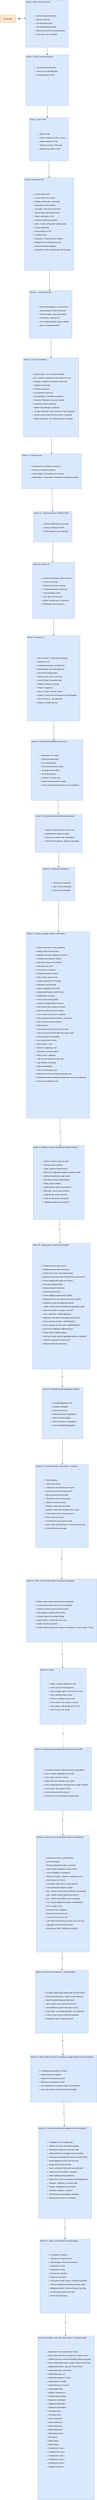
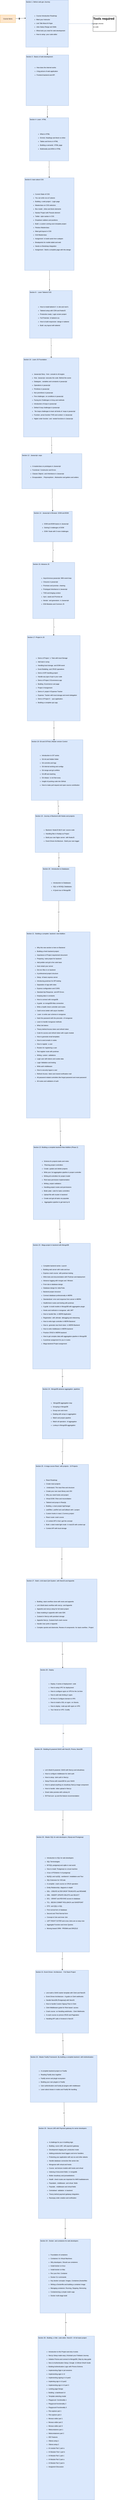
<mxfile host="65bd71144e">
    <diagram id="c_EHRjwDko8VzCd9NMD1" name="Notes">
-         <mxGraphModel dx="2178" dy="1441" grid="0" gridSize="10" guides="1" tooltips="1" connect="1" arrows="1" fold="1" page="0" pageScale="1" pageWidth="850" pageHeight="1100" math="0" shadow="0">
+         <mxGraphModel dx="2178" dy="1175" grid="0" gridSize="10" guides="1" tooltips="1" connect="1" arrows="1" fold="1" page="0" pageScale="1" pageWidth="850" pageHeight="1100" math="0" shadow="0">
            <root>
                <mxCell id="0"/>
                <mxCell id="1" parent="0"/>
                <mxCell id="4" value="Course Items" style="rounded=0;whiteSpace=wrap;html=1;fillColor=#ffe6cc;strokeColor=#d79b00;" vertex="1" parent="1">
                    <mxGeometry x="-1015" y="-642" width="120" height="60" as="geometry"/>
                </mxCell>
                <mxCell id="10" style="edgeStyle=none;html=1;entryX=0.5;entryY=0;entryDx=0;entryDy=0;" edge="1" parent="1" source="7" target="9">
                    <mxGeometry relative="1" as="geometry"/>
                </mxCell>
                <mxCell id="18" value="1" style="edgeLabel;html=1;align=center;verticalAlign=middle;resizable=0;points=[];" vertex="1" connectable="0" parent="10">
                    <mxGeometry x="-0.3668" y="-1" relative="1" as="geometry">
                        <mxPoint as="offset"/>
                    </mxGeometry>
+                 </mxCell>
+                 <mxCell id="94" style="edgeStyle=none;html=1;fillColor=#dae8fc;strokeColor=#6c8ebf;" edge="1" parent="1" source="7" target="93">
+                     <mxGeometry relative="1" as="geometry"/>
                </mxCell>
                <mxCell id="7" value="Section 1- Before web gev Journey&#xa;&lt;p class=&quot;p2&quot;&gt;&lt;br&gt;&lt;/p&gt;&#xa;&lt;ul class=&quot;ul1&quot;&gt;&#xa;&lt;ul class=&quot;ul1&quot;&gt;&#xa;&lt;li class=&quot;li1&quot;&gt;Course Introduction Roadmap&lt;/li&gt;&#xa;&lt;li class=&quot;li1&quot;&gt;Meet your Instructor&lt;span class=&quot;Apple-converted-space&quot;&gt;&amp;nbsp;&lt;/span&gt;&lt;/li&gt;&#xa;&lt;li class=&quot;li1&quot;&gt;Lets Talk About AI Hype&lt;/li&gt;&#xa;&lt;li class=&quot;li1&quot;&gt;Jobs Salary Range and Skills&lt;/li&gt;&#xa;&lt;li class=&quot;li1&quot;&gt;What tools you need for web development&lt;/li&gt;&#xa;&lt;li class=&quot;li1&quot;&gt;How to setup&lt;span class=&quot;Apple-converted-space&quot;&gt;&amp;nbsp; &lt;/span&gt;your code editor&lt;/li&gt;&#xa;&lt;/ul&gt;&#xa;&lt;/ul&gt;" style="text;whiteSpace=wrap;html=1;fillColor=#dae8fc;strokeColor=#6c8ebf;" vertex="1" parent="1">
                    <mxGeometry x="-815" y="-757" width="332" height="365" as="geometry"/>
                </mxCell>
                <mxCell id="8" style="edgeStyle=none;html=1;entryX=0;entryY=0.384;entryDx=0;entryDy=0;entryPerimeter=0;" edge="1" parent="1" source="4" target="7">
                    <mxGeometry relative="1" as="geometry"/>
                </mxCell>
                <mxCell id="17" value="0" style="edgeLabel;html=1;align=center;verticalAlign=middle;resizable=0;points=[];fontColor=#FFFFFF;labelBackgroundColor=light-dark(#0d0d0d, #ededed);spacingTop=5;" vertex="1" connectable="0" parent="8">
                    <mxGeometry x="-0.2733" y="2" relative="1" as="geometry">
                        <mxPoint as="offset"/>
                    </mxGeometry>
                </mxCell>
                <mxCell id="9" value="Section 3 - Basics of web development &lt;br&gt;&#xa;&#xa;&lt;ul class=&quot;ul1&quot;&gt;&#xa;&lt;ul class=&quot;ul1&quot;&gt;&#xa;&lt;li class=&quot;li1&quot;&gt;How does the internet works&lt;span class=&quot;Apple-converted-space&quot;&gt;&amp;nbsp;&lt;/span&gt;&lt;/li&gt;&#xa;&lt;li class=&quot;li1&quot;&gt;A big picture of web application&lt;/li&gt;&#xa;&lt;li class=&quot;li1&quot;&gt;Frontend backend and API&lt;br&gt;&#xa;&lt;/li&gt;&#xa;&lt;/ul&gt;&#xa;&lt;/ul&gt;" style="text;whiteSpace=wrap;html=1;fillColor=#dae8fc;strokeColor=#6c8ebf;" vertex="1" parent="1">
                    <mxGeometry x="-813" y="-332" width="332" height="393" as="geometry"/>
                </mxCell>
                <mxCell id="14" style="edgeStyle=none;html=1;" edge="1" parent="1" source="11" target="13">
                    <mxGeometry relative="1" as="geometry"/>
                </mxCell>
                <mxCell id="20" value="3" style="edgeLabel;html=1;align=center;verticalAlign=middle;resizable=0;points=[];" vertex="1" connectable="0" parent="14">
                    <mxGeometry x="-0.2825" y="-2" relative="1" as="geometry">
                        <mxPoint as="offset"/>
                    </mxGeometry>
                </mxCell>
                <mxCell id="11" value="Section 4- Learn&lt;span class=&quot;Apple-converted-space&quot;&gt;&amp;nbsp; &lt;/span&gt;HTML&lt;br&gt;&#xa;&lt;br&gt;&#xa;&#xa;&lt;ul class=&quot;ul1&quot;&gt;&#xa;&lt;ul class=&quot;ul1&quot;&gt;&#xa;&lt;li class=&quot;li1&quot;&gt;What is HTML&lt;/li&gt;&#xa;&lt;li class=&quot;li1&quot;&gt;Emmet, Headings and block vs inline&lt;/li&gt;&#xa;&lt;li class=&quot;li1&quot;&gt;Tables and forms in HTML&lt;/li&gt;&#xa;&lt;li class=&quot;li1&quot;&gt;Building a semantic&lt;span class=&quot;Apple-converted-space&quot;&gt;&amp;nbsp; &lt;/span&gt;HTML page&lt;/li&gt;&#xa;&lt;li class=&quot;li1&quot;&gt;Multimedia and ARIA in HTML&lt;/li&gt;&#xa;&lt;/ul&gt;&#xa;&lt;/ul&gt;" style="text;whiteSpace=wrap;html=1;fillColor=#dae8fc;strokeColor=#6c8ebf;" vertex="1" parent="1">
                    <mxGeometry x="-786" y="155" width="305" height="335" as="geometry"/>
                </mxCell>
                <mxCell id="12" style="edgeStyle=none;html=1;entryX=0.456;entryY=-0.003;entryDx=0;entryDy=0;entryPerimeter=0;" edge="1" parent="1" source="9" target="11">
                    <mxGeometry relative="1" as="geometry"/>
                </mxCell>
                <mxCell id="19" value="2" style="edgeLabel;html=1;align=center;verticalAlign=middle;resizable=0;points=[];" vertex="1" connectable="0" parent="12">
                    <mxGeometry x="-0.3763" y="1" relative="1" as="geometry">
                        <mxPoint as="offset"/>
                    </mxGeometry>
                </mxCell>
                <mxCell id="13" value="Section 6- learn about CSS&lt;br&gt;&#xa;&lt;br&gt;&#xa;&#xa;&lt;ul class=&quot;ul1&quot;&gt;&#xa;&lt;ul class=&quot;ul1&quot;&gt;&#xa;&lt;li class=&quot;li1&quot;&gt;Current State of CSS&lt;/li&gt;&#xa;&lt;li class=&quot;li1&quot;&gt;You can write css at 3 places&lt;/li&gt;&#xa;&lt;li class=&quot;li1&quot;&gt;Building&lt;span class=&quot;Apple-converted-space&quot;&gt;&amp;nbsp; &lt;/span&gt;a web project - Login page&lt;/li&gt;&#xa;&lt;li class=&quot;li1&quot;&gt;Masterclass on CSS selectors&lt;/li&gt;&#xa;&lt;li class=&quot;li1&quot;&gt;Box model , inline and block elements&lt;/li&gt;&#xa;&lt;li class=&quot;li1&quot;&gt;Navbar Project with Pseudo element&lt;span class=&quot;Apple-converted-space&quot;&gt;&amp;nbsp;&lt;/span&gt;&lt;/li&gt;&#xa;&lt;li class=&quot;li1&quot;&gt;Twitter&lt;span class=&quot;Apple-converted-space&quot;&gt;&amp;nbsp; &lt;/span&gt;style navbar in CSS&lt;/li&gt;&#xa;&lt;li class=&quot;li1&quot;&gt;Dropdown nabbers and positions&lt;span class=&quot;Apple-converted-space&quot;&gt;&amp;nbsp;&lt;/span&gt;&lt;/li&gt;&#xa;&lt;li class=&quot;li1&quot;&gt;Build&lt;span class=&quot;Apple-converted-space&quot;&gt;&amp;nbsp; &lt;/span&gt;a custom coming soon template project&lt;/li&gt;&#xa;&lt;li class=&quot;li1&quot;&gt;Flexbox Masterclass&lt;span class=&quot;Apple-converted-space&quot;&gt;&amp;nbsp;&lt;/span&gt;&lt;/li&gt;&#xa;&lt;li class=&quot;li1&quot;&gt;Meet grid layout in CSS&lt;span class=&quot;Apple-converted-space&quot;&gt;&amp;nbsp;&lt;/span&gt;&lt;/li&gt;&#xa;&lt;li class=&quot;li1&quot;&gt;Grid Masterclass&lt;/li&gt;&#xa;&lt;li class=&quot;li1&quot;&gt;Assignment&lt;span class=&quot;Apple-converted-space&quot;&gt;&amp;nbsp; &lt;/span&gt;to build cards from codepen&lt;span class=&quot;Apple-converted-space&quot;&gt;&amp;nbsp;&lt;/span&gt;&lt;/li&gt;&#xa;&lt;li class=&quot;li1&quot;&gt;Breakpoints for mobile tablet and web&lt;/li&gt;&#xa;&lt;li class=&quot;li1&quot;&gt;Hands on Bootstrap integration&lt;/li&gt;&#xa;&lt;li class=&quot;li1&quot;&gt;Assignment - Build a complete page with this design&lt;/li&gt;&#xa;&lt;/ul&gt;&#xa;&lt;/ul&gt;" style="text;whiteSpace=wrap;html=1;fillColor=#dae8fc;strokeColor=#6c8ebf;" vertex="1" parent="1">
                    <mxGeometry x="-824" y="621" width="385" height="718" as="geometry"/>
                </mxCell>
                <mxCell id="23" style="edgeStyle=none;html=1;entryX=0.5;entryY=0;entryDx=0;entryDy=0;" edge="1" parent="1" source="15" target="22">
                    <mxGeometry relative="1" as="geometry"/>
                </mxCell>
                <mxCell id="26" value="5" style="edgeLabel;html=1;align=center;verticalAlign=middle;resizable=0;points=[];" vertex="1" connectable="0" parent="23">
                    <mxGeometry x="-0.2369" relative="1" as="geometry">
                        <mxPoint as="offset"/>
                    </mxGeometry>
                </mxCell>
                <mxCell id="15" value="Section 8 -&lt;span class=&quot;Apple-converted-space&quot;&gt;&amp;nbsp; &lt;/span&gt;Learn Tailwind CSS&lt;br&gt;&#xa;&lt;br&gt;&#xa;&#xa;&lt;ul class=&quot;ul1&quot;&gt;&#xa;&lt;ul class=&quot;ul1&quot;&gt;&#xa;&lt;li class=&quot;li1&quot;&gt;How to install tailwind 4&lt;span class=&quot;Apple-converted-space&quot;&gt;&amp;nbsp; &lt;/span&gt;in site and next’s&lt;/li&gt;&#xa;&lt;li class=&quot;li1&quot;&gt;Tailwind setup with CDN and NodeJS&lt;/li&gt;&#xa;&lt;li class=&quot;li1&quot;&gt;Production ready&lt;span class=&quot;Apple-converted-space&quot;&gt;&amp;nbsp; &lt;/span&gt;Login screen project&lt;/li&gt;&#xa;&lt;li class=&quot;li1&quot;&gt;Full Potential&lt;span class=&quot;Apple-converted-space&quot;&gt;&amp;nbsp; &lt;/span&gt;of tailwind css&lt;span class=&quot;Apple-converted-space&quot;&gt;&amp;nbsp;&lt;/span&gt;&lt;/li&gt;&#xa;&lt;li class=&quot;li1&quot;&gt;How to build responsive&lt;span class=&quot;Apple-converted-space&quot;&gt;&amp;nbsp; &lt;/span&gt;design in tailwind&lt;/li&gt;&#xa;&lt;li class=&quot;li1&quot;&gt;Build&lt;span class=&quot;Apple-converted-space&quot;&gt;&amp;nbsp; &lt;/span&gt;any layout with tailwind&lt;/li&gt;&#xa;&lt;/ul&gt;&#xa;&lt;/ul&gt;" style="text;whiteSpace=wrap;html=1;fillColor=#dae8fc;strokeColor=#6c8ebf;" vertex="1" parent="1">
                    <mxGeometry x="-786" y="1495" width="333" height="370" as="geometry"/>
                </mxCell>
                <mxCell id="16" style="edgeStyle=none;html=1;entryX=0.468;entryY=0.003;entryDx=0;entryDy=0;entryPerimeter=0;" edge="1" parent="1" source="13" target="15">
                    <mxGeometry relative="1" as="geometry"/>
                </mxCell>
                <mxCell id="21" value="4" style="edgeLabel;html=1;align=center;verticalAlign=middle;resizable=0;points=[];" vertex="1" connectable="0" parent="16">
                    <mxGeometry x="-0.1435" y="-1" relative="1" as="geometry">
                        <mxPoint as="offset"/>
                    </mxGeometry>
                </mxCell>
                <mxCell id="25" value="6" style="edgeStyle=none;html=1;" edge="1" parent="1" source="22" target="24">
                    <mxGeometry relative="1" as="geometry"/>
                </mxCell>
                <mxCell id="22" value="Section 10 - Learn JS Foundation&lt;br&gt;&#xa;&lt;br&gt;&#xa;&#xa;&lt;ul class=&quot;ul1&quot;&gt;&#xa;&lt;ul class=&quot;ul1&quot;&gt;&#xa;&lt;li class=&quot;li1&quot;&gt;Javascript Story - from&lt;span class=&quot;Apple-converted-space&quot;&gt;&amp;nbsp; &lt;/span&gt;console to v8 engine&lt;span class=&quot;Apple-converted-space&quot;&gt;&amp;nbsp;&lt;/span&gt;&lt;/li&gt;&#xa;&lt;li class=&quot;li1&quot;&gt;How&lt;span class=&quot;Apple-converted-space&quot;&gt;&amp;nbsp; &lt;/span&gt;Javascript&lt;span class=&quot;Apple-converted-space&quot;&gt;&amp;nbsp; &lt;/span&gt;executes the code- Behind the scene&lt;span class=&quot;Apple-converted-space&quot;&gt;&amp;nbsp;&lt;/span&gt;&lt;/li&gt;&#xa;&lt;li class=&quot;li1&quot;&gt;Datatypes , variables and constants in javascript&lt;/li&gt;&#xa;&lt;li class=&quot;li1&quot;&gt;Operations in javascript&lt;/li&gt;&#xa;&lt;li class=&quot;li1&quot;&gt;Primitives in javascript&lt;/li&gt;&#xa;&lt;li class=&quot;li1&quot;&gt;Non premitives in javascript&lt;/li&gt;&#xa;&lt;li class=&quot;li1&quot;&gt;Five challenges&lt;span class=&quot;Apple-converted-space&quot;&gt;&amp;nbsp; &lt;/span&gt;on conditions in javascript&lt;/li&gt;&#xa;&lt;li class=&quot;li1&quot;&gt;Facing ten Challenges in Array and methods&lt;span class=&quot;Apple-converted-space&quot;&gt;&amp;nbsp;&lt;/span&gt;&lt;/li&gt;&#xa;&lt;li class=&quot;li1&quot;&gt;Introduction of loops in javascript&lt;/li&gt;&#xa;&lt;li class=&quot;li1&quot;&gt;Defeat 6 loop challenges in javascript&lt;span class=&quot;Apple-converted-space&quot;&gt;&amp;nbsp;&lt;/span&gt;&lt;/li&gt;&#xa;&lt;li class=&quot;li1&quot;&gt;&lt;span class=&quot;Apple-converted-space&quot;&gt;&amp;nbsp;&lt;/span&gt;Ten loops challenges to learn all kinds of&lt;span class=&quot;Apple-converted-space&quot;&gt;&amp;nbsp; &lt;/span&gt;loops in javascript&lt;span class=&quot;Apple-converted-space&quot;&gt;&amp;nbsp;&lt;/span&gt;&lt;/li&gt;&#xa;&lt;li class=&quot;li1&quot;&gt;Function ,arrow function THIS and context&lt;span class=&quot;Apple-converted-space&quot;&gt;&amp;nbsp; &lt;/span&gt;in Javascript&lt;span class=&quot;Apple-converted-space&quot;&gt;&amp;nbsp;&lt;/span&gt;&lt;/li&gt;&#xa;&lt;li class=&quot;li1&quot;&gt;Higher order function&lt;span class=&quot;Apple-converted-space&quot;&gt;&amp;nbsp; &lt;/span&gt;and&lt;span class=&quot;Apple-converted-space&quot;&gt;&amp;nbsp; &lt;/span&gt;nested functions in Javascript&lt;/li&gt;&#xa;&lt;/ul&gt;&#xa;&lt;/ul&gt;" style="text;whiteSpace=wrap;html=1;fillColor=#dae8fc;strokeColor=#6c8ebf;" vertex="1" parent="1">
                    <mxGeometry x="-833" y="2017" width="432" height="614" as="geometry"/>
                </mxCell>
                <mxCell id="28" style="edgeStyle=none;html=1;" edge="1" parent="1" source="24" target="27">
                    <mxGeometry relative="1" as="geometry"/>
                </mxCell>
                <mxCell id="31" value="7" style="edgeLabel;html=1;align=center;verticalAlign=middle;resizable=0;points=[];" vertex="1" connectable="0" parent="28">
                    <mxGeometry x="-0.1548" y="-2" relative="1" as="geometry">
                        <mxPoint as="offset"/>
                    </mxGeometry>
                </mxCell>
                <mxCell id="24" value="Section 12 - Javascript -oops&lt;br&gt;&#xa;&#xa;&lt;ul class=&quot;ul1&quot;&gt;&#xa;&lt;ul class=&quot;ul1&quot;&gt;&#xa;&lt;li class=&quot;li1&quot;&gt;A masterclass on prototypes in Javascript&lt;/li&gt;&#xa;&lt;li class=&quot;li1&quot;&gt;Functional&lt;span class=&quot;Apple-converted-space&quot;&gt;&amp;nbsp; &lt;/span&gt;Constructor and Errors&lt;span class=&quot;Apple-converted-space&quot;&gt;&amp;nbsp;&lt;/span&gt;&lt;/li&gt;&#xa;&lt;li class=&quot;li1&quot;&gt;Classes Objects&lt;span class=&quot;Apple-converted-space&quot;&gt;&amp;nbsp; &lt;/span&gt;and Inheritance in Javascript&lt;span class=&quot;Apple-converted-space&quot;&gt;&amp;nbsp;&lt;/span&gt;&lt;/li&gt;&#xa;&lt;li class=&quot;li1&quot;&gt;Encapsulation&lt;span class=&quot;Apple-converted-space&quot;&gt;&amp;nbsp; &lt;/span&gt;, Polymorphism , Abstraction and getters and setters&lt;/li&gt;&#xa;&lt;/ul&gt;&#xa;&lt;/ul&gt;" style="text;whiteSpace=wrap;html=1;fillColor=#dae8fc;strokeColor=#6c8ebf;" vertex="1" parent="1">
                    <mxGeometry x="-846" y="2760" width="468" height="272" as="geometry"/>
                </mxCell>
                <mxCell id="27" value="Section 14 - Javascript in Browser -DOM and BOM&lt;br&gt;&#xa;&#xa;&lt;ul class=&quot;ul1&quot;&gt;&#xa;&lt;ul class=&quot;ul1&quot;&gt;&#xa;&lt;li class=&quot;li1&quot;&gt;DOM and BOM basics in Javascript&lt;/li&gt;&#xa;&lt;li class=&quot;li1&quot;&gt;Solving 5 challenges of DOM&lt;span class=&quot;Apple-converted-space&quot;&gt;&amp;nbsp;&lt;/span&gt;&lt;/li&gt;&#xa;&lt;li class=&quot;li1&quot;&gt;DOM&lt;span class=&quot;Apple-converted-space&quot;&gt;&amp;nbsp; &lt;/span&gt;finale with 5 more challenges&lt;span class=&quot;Apple-converted-space&quot;&gt;&amp;nbsp;&lt;/span&gt;&lt;/li&gt;&#xa;&lt;/ul&gt;&#xa;&lt;/ul&gt;" style="text;whiteSpace=wrap;html=1;fillColor=#dae8fc;strokeColor=#6c8ebf;" vertex="1" parent="1">
                    <mxGeometry x="-754" y="3207" width="301" height="237" as="geometry"/>
                </mxCell>
                <mxCell id="34" style="edgeStyle=none;html=1;exitX=0.5;exitY=1;exitDx=0;exitDy=0;entryX=0.5;entryY=0;entryDx=0;entryDy=0;" edge="1" parent="1" source="29" target="33">
                    <mxGeometry relative="1" as="geometry"/>
                </mxCell>
                <mxCell id="35" value="9" style="edgeLabel;html=1;align=center;verticalAlign=middle;resizable=0;points=[];" vertex="1" connectable="0" parent="34">
                    <mxGeometry x="0.0013" y="1" relative="1" as="geometry">
                        <mxPoint as="offset"/>
                    </mxGeometry>
                </mxCell>
                <mxCell id="29" value="Section 15- Advance JS&#xa;&lt;p class=&quot;p2&quot;&gt;&lt;br&gt;&lt;/p&gt;&#xa;&lt;ul class=&quot;ul1&quot;&gt;&#xa;&lt;ul class=&quot;ul1&quot;&gt;&#xa;&lt;li class=&quot;li1&quot;&gt;Asynchronous javascript. With event loop&lt;/li&gt;&#xa;&lt;li class=&quot;li1&quot;&gt;Closures in javascript&lt;span class=&quot;Apple-converted-space&quot;&gt;&amp;nbsp;&lt;/span&gt;&lt;/li&gt;&#xa;&lt;li class=&quot;li1&quot;&gt;Promises and promise&lt;span class=&quot;Apple-converted-space&quot;&gt;&amp;nbsp; &lt;/span&gt;chaining&lt;/li&gt;&#xa;&lt;li class=&quot;li1&quot;&gt;Prototypal Inheritance in Javascript&lt;/li&gt;&#xa;&lt;li class=&quot;li1&quot;&gt;THIS and binging context&lt;/li&gt;&#xa;&lt;li class=&quot;li1&quot;&gt;Aync -await and Promise all&lt;/li&gt;&#xa;&lt;li class=&quot;li1&quot;&gt;Iterator&lt;span class=&quot;Apple-converted-space&quot;&gt;&amp;nbsp; &lt;/span&gt;and generators&lt;span class=&quot;Apple-converted-space&quot;&gt;&amp;nbsp; &lt;/span&gt;in Javascript&lt;/li&gt;&#xa;&lt;li class=&quot;li1&quot;&gt;ES6 Modules and Common JS&lt;span class=&quot;Apple-converted-space&quot;&gt;&amp;nbsp;&lt;/span&gt;&lt;/li&gt;&#xa;&lt;/ul&gt;&#xa;&lt;/ul&gt;" style="text;whiteSpace=wrap;html=1;fillColor=#dae8fc;strokeColor=#6c8ebf;" vertex="1" parent="1">
                    <mxGeometry x="-761" y="3604" width="327" height="435" as="geometry"/>
                </mxCell>
                <mxCell id="30" style="edgeStyle=none;html=1;entryX=0.48;entryY=-0.005;entryDx=0;entryDy=0;entryPerimeter=0;" edge="1" parent="1" source="27" target="29">
                    <mxGeometry relative="1" as="geometry"/>
                </mxCell>
                <mxCell id="32" value="8" style="edgeLabel;html=1;align=center;verticalAlign=middle;resizable=0;points=[];" vertex="1" connectable="0" parent="30">
                    <mxGeometry x="-0.1763" y="2" relative="1" as="geometry">
                        <mxPoint as="offset"/>
                    </mxGeometry>
                </mxCell>
                <mxCell id="33" value="Section 17 -Project in JS&#xa;&lt;p class=&quot;p2&quot;&gt;&lt;br&gt;&lt;/p&gt;&#xa;&lt;p class=&quot;p2&quot;&gt;&lt;br&gt;&lt;/p&gt;&#xa;&lt;ul class=&quot;ul1&quot;&gt;&#xa;&lt;ul class=&quot;ul1&quot;&gt;&#xa;&lt;li class=&quot;li1&quot;&gt;Demo of Project&lt;span class=&quot;Apple-converted-space&quot;&gt;&amp;nbsp; &lt;/span&gt;1- Todo with local Storage&lt;/li&gt;&#xa;&lt;li class=&quot;li1&quot;&gt;Add task in array&lt;/li&gt;&#xa;&lt;li class=&quot;li1&quot;&gt;Handling local storage&lt;span class=&quot;Apple-converted-space&quot;&gt;&amp;nbsp; &lt;/span&gt;and DOM event&lt;span class=&quot;Apple-converted-space&quot;&gt;&amp;nbsp;&lt;/span&gt;&lt;/li&gt;&#xa;&lt;li class=&quot;li1&quot;&gt;Event Bubbling&lt;span class=&quot;Apple-converted-space&quot;&gt;&amp;nbsp; &lt;/span&gt;and CRUD operations&lt;span class=&quot;Apple-converted-space&quot;&gt;&amp;nbsp;&lt;/span&gt;&lt;/li&gt;&#xa;&lt;li class=&quot;li1&quot;&gt;Demo of API handling project&lt;/li&gt;&#xa;&lt;li class=&quot;li1&quot;&gt;Handle any type of api in your code&lt;span class=&quot;Apple-converted-space&quot;&gt;&amp;nbsp;&lt;/span&gt;&lt;/li&gt;&#xa;&lt;li class=&quot;li1&quot;&gt;Demo of Project 3 Ecommerce app&lt;/li&gt;&#xa;&lt;li class=&quot;li1&quot;&gt;Building&lt;span class=&quot;Apple-converted-space&quot;&gt;&amp;nbsp; &lt;/span&gt;Ecommerce cart page&lt;/li&gt;&#xa;&lt;li class=&quot;li1&quot;&gt;Project 3 Assignment&lt;span class=&quot;Apple-converted-space&quot;&gt;&amp;nbsp;&lt;/span&gt;&lt;/li&gt;&#xa;&lt;li class=&quot;li1&quot;&gt;Demo of&lt;span class=&quot;Apple-converted-space&quot;&gt;&amp;nbsp; &lt;/span&gt;project 4 Expense Tracker&lt;/li&gt;&#xa;&lt;li class=&quot;li1&quot;&gt;Expense&lt;span class=&quot;Apple-converted-space&quot;&gt;&amp;nbsp; &lt;/span&gt;Tracker with local storage and event delegation&lt;/li&gt;&#xa;&lt;li class=&quot;li1&quot;&gt;Demo of Project 5&lt;span class=&quot;Apple-converted-space&quot;&gt;&amp;nbsp; &lt;/span&gt;- quiz application.&lt;/li&gt;&#xa;&lt;li class=&quot;li1&quot;&gt;Building a complete quiz app.&lt;/li&gt;&#xa;&lt;/ul&gt;&#xa;&lt;/ul&gt;" style="text;whiteSpace=wrap;html=1;fillColor=#dae8fc;strokeColor=#6c8ebf;" vertex="1" parent="1">
                    <mxGeometry x="-803.5" y="4171" width="412" height="662" as="geometry"/>
                </mxCell>
                <mxCell id="39" style="edgeStyle=none;html=1;" edge="1" parent="1" source="36" target="38">
                    <mxGeometry relative="1" as="geometry"/>
                </mxCell>
                <mxCell id="41" value="11" style="edgeLabel;html=1;align=center;verticalAlign=middle;resizable=0;points=[];" vertex="1" connectable="0" parent="39">
                    <mxGeometry x="-0.184" y="2" relative="1" as="geometry">
                        <mxPoint as="offset"/>
                    </mxGeometry>
                </mxCell>
                <mxCell id="36" value="Section 18 -Git and GITHub | Master version Control&#xa;&lt;p class=&quot;p2&quot;&gt;&lt;br&gt;&lt;/p&gt;&#xa;&lt;ul class=&quot;ul1&quot;&gt;&#xa;&lt;ul class=&quot;ul1&quot;&gt;&#xa;&lt;li class=&quot;li1&quot;&gt;Introduction to GIT series&lt;/li&gt;&#xa;&lt;li class=&quot;li1&quot;&gt;Git init and hidden folder&lt;/li&gt;&#xa;&lt;li class=&quot;li1&quot;&gt;Git commits and logs&lt;/li&gt;&#xa;&lt;li class=&quot;li1&quot;&gt;Git internal working and configs&lt;/li&gt;&#xa;&lt;li class=&quot;li1&quot;&gt;Git merge and git conflicts&lt;span class=&quot;Apple-converted-space&quot;&gt;&amp;nbsp;&lt;/span&gt;&lt;/li&gt;&#xa;&lt;li class=&quot;li1&quot;&gt;Git diff and stashing&lt;span class=&quot;Apple-converted-space&quot;&gt;&amp;nbsp;&lt;/span&gt;&lt;/li&gt;&#xa;&lt;li class=&quot;li1&quot;&gt;Git rebase&lt;span class=&quot;Apple-converted-space&quot;&gt;&amp;nbsp; &lt;/span&gt;is not that scary&lt;span class=&quot;Apple-converted-space&quot;&gt;&amp;nbsp;&lt;/span&gt;&lt;/li&gt;&#xa;&lt;li class=&quot;li1&quot;&gt;Insight of pushing code into GitHub&lt;/li&gt;&#xa;&lt;li class=&quot;li1&quot;&gt;How to make pull request and open source contribution&lt;/li&gt;&#xa;&lt;/ul&gt;&#xa;&lt;/ul&gt;" style="text;whiteSpace=wrap;html=1;fillColor=#dae8fc;strokeColor=#6c8ebf;" vertex="1" parent="1">
                    <mxGeometry x="-772" y="4979" width="402" height="470" as="geometry"/>
                </mxCell>
                <mxCell id="37" style="edgeStyle=none;html=1;entryX=0.44;entryY=0.011;entryDx=0;entryDy=0;entryPerimeter=0;" edge="1" parent="1" source="33" target="36">
                    <mxGeometry relative="1" as="geometry"/>
                </mxCell>
                <mxCell id="40" value="10" style="edgeLabel;html=1;align=center;verticalAlign=middle;resizable=0;points=[];" vertex="1" connectable="0" parent="37">
                    <mxGeometry x="-0.2857" y="-2" relative="1" as="geometry">
                        <mxPoint as="offset"/>
                    </mxGeometry>
                </mxCell>
                <mxCell id="43" style="edgeStyle=none;html=1;" edge="1" parent="1" source="38" target="42">
                    <mxGeometry relative="1" as="geometry"/>
                </mxCell>
                <mxCell id="44" value="12" style="edgeLabel;html=1;align=center;verticalAlign=middle;resizable=0;points=[];" vertex="1" connectable="0" parent="43">
                    <mxGeometry x="-0.2807" y="-1" relative="1" as="geometry">
                        <mxPoint as="offset"/>
                    </mxGeometry>
                </mxCell>
                <mxCell id="38" value="Section 19 - Journey of Backend with Nodes and projects&#xa;&lt;p class=&quot;p2&quot;&gt;&lt;br&gt;&lt;/p&gt;&#xa;&lt;ul class=&quot;ul1&quot;&gt;&#xa;&lt;ul class=&quot;ul1&quot;&gt;&#xa;&lt;li class=&quot;li1&quot;&gt;Backend -NodeJS libUV and&lt;span class=&quot;Apple-converted-space&quot;&gt;&amp;nbsp; &lt;/span&gt;source code&lt;span class=&quot;Apple-converted-space&quot;&gt;&amp;nbsp;&lt;/span&gt;&lt;/li&gt;&#xa;&lt;li class=&quot;li1&quot;&gt;Handling files in Nodejs as Project&lt;/li&gt;&#xa;&lt;li class=&quot;li1&quot;&gt;Build your own Nginx server&lt;span class=&quot;Apple-converted-space&quot;&gt;&amp;nbsp; &lt;/span&gt;with NodeJS&lt;/li&gt;&#xa;&lt;li class=&quot;li1&quot;&gt;Event Driven Architecture - Build your own logger&lt;/li&gt;&#xa;&lt;/ul&gt;&#xa;&lt;/ul&gt;" style="text;whiteSpace=wrap;html=1;fillColor=#dae8fc;strokeColor=#6c8ebf;" vertex="1" parent="1">
                    <mxGeometry x="-742" y="5557" width="369" height="296" as="geometry"/>
                </mxCell>
                <mxCell id="46" style="edgeStyle=none;html=1;" edge="1" parent="1" source="42" target="45">
                    <mxGeometry relative="1" as="geometry"/>
                </mxCell>
                <mxCell id="47" value="13" style="edgeLabel;html=1;align=center;verticalAlign=middle;resizable=0;points=[];" vertex="1" connectable="0" parent="46">
                    <mxGeometry x="-0.278" y="-2" relative="1" as="geometry">
                        <mxPoint as="offset"/>
                    </mxGeometry>
                </mxCell>
                <mxCell id="42" value="Section 20 - Introduction to Databases&#xa;&lt;p class=&quot;p2&quot;&gt;&lt;br&gt;&lt;/p&gt;&#xa;&lt;ul class=&quot;ul1&quot;&gt;&#xa;&lt;ul class=&quot;ul1&quot;&gt;&#xa;&lt;li class=&quot;li1&quot;&gt;Introduction to Databases&lt;/li&gt;&#xa;&lt;li class=&quot;li1&quot;&gt;SQL vs NOSQL Databases&lt;/li&gt;&#xa;&lt;li class=&quot;li1&quot;&gt;A Quick tour of MongoDB&lt;/li&gt;&#xa;&lt;/ul&gt;&#xa;&lt;/ul&gt;" style="text;whiteSpace=wrap;html=1;fillColor=#dae8fc;strokeColor=#6c8ebf;" vertex="1" parent="1">
                    <mxGeometry x="-684" y="5967" width="253" height="261" as="geometry"/>
                </mxCell>
                <mxCell id="45" value="Section 21 - Building a complete&lt;span class=&quot;Apple-converted-space&quot;&gt;&amp;nbsp; &lt;/span&gt;backend -new Addition&lt;span class=&quot;Apple-converted-space&quot;&gt;&amp;nbsp;&lt;/span&gt;&#xa;&lt;p class=&quot;p2&quot;&gt;&lt;br&gt;&lt;/p&gt;&#xa;&lt;ul class=&quot;ul1&quot;&gt;&#xa;&lt;ul class=&quot;ul1&quot;&gt;&#xa;&lt;li class=&quot;li1&quot;&gt;Why this new section is here on Backend&lt;/li&gt;&#xa;&lt;li class=&quot;li1&quot;&gt;Building a fresh backend project&lt;/li&gt;&#xa;&lt;li class=&quot;li1&quot;&gt;Importance of Project requirement document&lt;span class=&quot;Apple-converted-space&quot;&gt;&amp;nbsp;&lt;/span&gt;&lt;/li&gt;&#xa;&lt;li class=&quot;li1&quot;&gt;Preparing&lt;span class=&quot;Apple-converted-space&quot;&gt;&amp;nbsp; &lt;/span&gt;node project for backend&lt;span class=&quot;Apple-converted-space&quot;&gt;&amp;nbsp;&lt;/span&gt;&lt;/li&gt;&#xa;&lt;li class=&quot;li1&quot;&gt;Add prettier and git to the code base&lt;span class=&quot;Apple-converted-space&quot;&gt;&amp;nbsp;&lt;/span&gt;&lt;/li&gt;&#xa;&lt;li class=&quot;li1&quot;&gt;Auto restart your server&lt;/li&gt;&#xa;&lt;li class=&quot;li1&quot;&gt;Dot env files in on backend&lt;/li&gt;&#xa;&lt;li class=&quot;li1&quot;&gt;A professional project structure&lt;span class=&quot;Apple-converted-space&quot;&gt;&amp;nbsp;&lt;/span&gt;&lt;/li&gt;&#xa;&lt;li class=&quot;li1&quot;&gt;Setup&lt;span class=&quot;Apple-converted-space&quot;&gt;&amp;nbsp; &lt;/span&gt;of basic express server&lt;/li&gt;&#xa;&lt;li class=&quot;li1&quot;&gt;Introducing postman for API testing&lt;/li&gt;&#xa;&lt;li class=&quot;li1&quot;&gt;Separation of app with index&lt;/li&gt;&#xa;&lt;li class=&quot;li1&quot;&gt;Express configuration and CORS&lt;/li&gt;&#xa;&lt;li class=&quot;li1&quot;&gt;Standard Api Response&lt;span class=&quot;Apple-converted-space&quot;&gt;&amp;nbsp; &lt;/span&gt;and API Errors&lt;span class=&quot;Apple-converted-space&quot;&gt;&amp;nbsp;&lt;/span&gt;&lt;/li&gt;&#xa;&lt;li class=&quot;li1&quot;&gt;Keeping data in constants&lt;span class=&quot;Apple-converted-space&quot;&gt;&amp;nbsp;&lt;/span&gt;&lt;/li&gt;&#xa;&lt;li class=&quot;li1&quot;&gt;How to connect with mongoDB&lt;/li&gt;&#xa;&lt;li class=&quot;li1&quot;&gt;A guide&lt;span class=&quot;Apple-converted-space&quot;&gt;&amp;nbsp; &lt;/span&gt;on mongoDB Atlas connection&lt;/li&gt;&#xa;&lt;li class=&quot;li1&quot;&gt;Write a health check controller and routes&lt;/li&gt;&#xa;&lt;li class=&quot;li1&quot;&gt;Catch errors better with async handlers&lt;/li&gt;&#xa;&lt;li class=&quot;li1&quot;&gt;&lt;span class=&quot;Apple-converted-space&quot;&gt;&amp;nbsp;&lt;/span&gt;Learn&lt;span class=&quot;Apple-converted-space&quot;&gt;&amp;nbsp; &lt;/span&gt;to write user schema in mongoose&lt;span class=&quot;Apple-converted-space&quot;&gt;&amp;nbsp;&lt;/span&gt;&lt;/li&gt;&#xa;&lt;li class=&quot;li1&quot;&gt;Hash the password with the precooks&lt;span class=&quot;Apple-converted-space&quot;&gt;&amp;nbsp; &lt;/span&gt;of mongoose&lt;span class=&quot;Apple-converted-space&quot;&gt;&amp;nbsp;&lt;/span&gt;&lt;/li&gt;&#xa;&lt;li class=&quot;li1&quot;&gt;Learn to handle mongoose methods&lt;span class=&quot;Apple-converted-space&quot;&gt;&amp;nbsp;&lt;/span&gt;&lt;/li&gt;&#xa;&lt;li class=&quot;li1&quot;&gt;What Jwt tokens&lt;/li&gt;&#xa;&lt;li class=&quot;li1&quot;&gt;Theory behind Access token and refresh token&lt;/li&gt;&#xa;&lt;li class=&quot;li1&quot;&gt;Code for access and refresh token with crypto module&lt;/li&gt;&#xa;&lt;li class=&quot;li1&quot;&gt;How to generate email templates&lt;span class=&quot;Apple-converted-space&quot;&gt;&amp;nbsp;&lt;/span&gt;&lt;/li&gt;&#xa;&lt;li class=&quot;li1&quot;&gt;How to send emails in nodes&lt;/li&gt;&#xa;&lt;li class=&quot;li1&quot;&gt;How to register&lt;span class=&quot;Apple-converted-space&quot;&gt;&amp;nbsp; &lt;/span&gt;a user&lt;span class=&quot;Apple-converted-space&quot;&gt;&amp;nbsp;&lt;/span&gt;&lt;/li&gt;&#xa;&lt;li class=&quot;li1&quot;&gt;Routers for registering a user&lt;/li&gt;&#xa;&lt;li class=&quot;li1&quot;&gt;Test register route with postman&lt;/li&gt;&#xa;&lt;li class=&quot;li1&quot;&gt;Writing&lt;span class=&quot;Apple-converted-space&quot;&gt;&amp;nbsp; &lt;/span&gt;custom&lt;span class=&quot;Apple-converted-space&quot;&gt;&amp;nbsp; &lt;/span&gt;validations&lt;span class=&quot;Apple-converted-space&quot;&gt;&amp;nbsp;&lt;/span&gt;&lt;/li&gt;&#xa;&lt;li class=&quot;li1&quot;&gt;Login user with tokens and cookie data&lt;span class=&quot;Apple-converted-space&quot;&gt;&amp;nbsp;&lt;/span&gt;&lt;/li&gt;&#xa;&lt;li class=&quot;li1&quot;&gt;Login Validation and testing&lt;/li&gt;&#xa;&lt;li class=&quot;li1&quot;&gt;Write auth middleware&lt;/li&gt;&#xa;&lt;li class=&quot;li1&quot;&gt;How to securely logout a user&lt;/li&gt;&#xa;&lt;li class=&quot;li1&quot;&gt;Refresh Access&lt;span class=&quot;Apple-converted-space&quot;&gt;&amp;nbsp; &lt;/span&gt;token and resend verification mail&lt;/li&gt;&#xa;&lt;li class=&quot;li1&quot;&gt;All password related controllers like forgot password and reset password&lt;span class=&quot;Apple-converted-space&quot;&gt;&amp;nbsp;&lt;/span&gt;&lt;/li&gt;&#xa;&lt;li class=&quot;li1&quot;&gt;All routes and validators of auth&lt;/li&gt;&#xa;&lt;/ul&gt;&#xa;&lt;/ul&gt;" style="text;whiteSpace=wrap;html=1;fillColor=#dae8fc;strokeColor=#6c8ebf;" vertex="1" parent="1">
                    <mxGeometry x="-810" y="6469" width="496" height="1444" as="geometry"/>
                </mxCell>
                <mxCell id="52" style="edgeStyle=none;html=1;" edge="1" parent="1" source="48" target="51">
                    <mxGeometry relative="1" as="geometry"/>
                </mxCell>
                <mxCell id="53" value="15" style="edgeLabel;html=1;align=center;verticalAlign=middle;resizable=0;points=[];" vertex="1" connectable="0" parent="52">
                    <mxGeometry x="-0.1854" y="-2" relative="1" as="geometry">
                        <mxPoint as="offset"/>
                    </mxGeometry>
                </mxCell>
                <mxCell id="48" value="Section 22 -Building a complete backend New Addition (Phase 2)&#xa;&lt;p class=&quot;p2&quot;&gt;&lt;br&gt;&lt;/p&gt;&#xa;&lt;ul class=&quot;ul1&quot;&gt;&#xa;&lt;ul class=&quot;ul1&quot;&gt;&#xa;&lt;li class=&quot;li1&quot;&gt;Schema for projects tasks and notes&lt;/li&gt;&#xa;&lt;li class=&quot;li1&quot;&gt;&lt;span class=&quot;Apple-converted-space&quot;&gt;&amp;nbsp;&lt;/span&gt;Planning project controllers&lt;span class=&quot;Apple-converted-space&quot;&gt;&amp;nbsp;&lt;/span&gt;&lt;/li&gt;&#xa;&lt;li class=&quot;li1&quot;&gt;Create ,update and delete projects&lt;span class=&quot;Apple-converted-space&quot;&gt;&amp;nbsp;&lt;/span&gt;&lt;/li&gt;&#xa;&lt;li class=&quot;li1&quot;&gt;Write your 1st aggregation pipeline in project controller&lt;/li&gt;&#xa;&lt;li class=&quot;li1&quot;&gt;Writing all controllers for project model&lt;span class=&quot;Apple-converted-space&quot;&gt;&amp;nbsp;&lt;/span&gt;&lt;/li&gt;&#xa;&lt;li class=&quot;li1&quot;&gt;Role base permission implementation&lt;/li&gt;&#xa;&lt;li class=&quot;li1&quot;&gt;Writing&lt;span class=&quot;Apple-converted-space&quot;&gt;&amp;nbsp; &lt;/span&gt;project validators&lt;/li&gt;&#xa;&lt;li class=&quot;li1&quot;&gt;Handling project routes and permissions&lt;/li&gt;&#xa;&lt;li class=&quot;li1&quot;&gt;Boiler plate&lt;span class=&quot;Apple-converted-space&quot;&gt;&amp;nbsp; &lt;/span&gt;code for tasks controllers&lt;/li&gt;&#xa;&lt;li class=&quot;li1&quot;&gt;Upload file with muster in backend&lt;/li&gt;&#xa;&lt;li class=&quot;li1&quot;&gt;Create and get all tasks via populate&lt;/li&gt;&#xa;&lt;li class=&quot;li1&quot;&gt;&lt;span class=&quot;Apple-converted-space&quot;&gt;&amp;nbsp;&lt;/span&gt;Aggregation pipeline to get task by Id&lt;/li&gt;&#xa;&lt;/ul&gt;&#xa;&lt;/ul&gt;" style="text;whiteSpace=wrap;html=1;fillColor=#dae8fc;strokeColor=#6c8ebf;" vertex="1" parent="1">
                    <mxGeometry x="-756.5" y="8126" width="398" height="574" as="geometry"/>
                </mxCell>
                <mxCell id="49" style="edgeStyle=none;html=1;entryX=0.533;entryY=0.009;entryDx=0;entryDy=0;entryPerimeter=0;" edge="1" parent="1" source="45" target="48">
                    <mxGeometry relative="1" as="geometry"/>
                </mxCell>
                <mxCell id="50" value="14" style="edgeLabel;html=1;align=center;verticalAlign=middle;resizable=0;points=[];" vertex="1" connectable="0" parent="49">
                    <mxGeometry x="-0.0742" relative="1" as="geometry">
                        <mxPoint as="offset"/>
                    </mxGeometry>
                </mxCell>
                <mxCell id="55" style="edgeStyle=none;html=1;" edge="1" parent="1" source="51" target="54">
                    <mxGeometry relative="1" as="geometry"/>
                </mxCell>
                <mxCell id="58" value="16" style="edgeLabel;html=1;align=center;verticalAlign=middle;resizable=0;points=[];" vertex="1" connectable="0" parent="55">
                    <mxGeometry x="-0.1831" relative="1" as="geometry">
                        <mxPoint as="offset"/>
                    </mxGeometry>
                </mxCell>
                <mxCell id="51" value="Section 23 - Mega project in backend with MongoDB&#xa;&lt;p class=&quot;p2&quot;&gt;&lt;br&gt;&lt;/p&gt;&#xa;&lt;p class=&quot;p2&quot;&gt;&lt;br&gt;&lt;/p&gt;&#xa;&lt;ul class=&quot;ul1&quot;&gt;&#xa;&lt;ul class=&quot;ul1&quot;&gt;&#xa;&lt;li class=&quot;li1&quot;&gt;Complete backend series -Launch&lt;/li&gt;&#xa;&lt;li class=&quot;li1&quot;&gt;Building web server with node and bun&lt;/li&gt;&#xa;&lt;li class=&quot;li1&quot;&gt;Express crash course&lt;span class=&quot;Apple-converted-space&quot;&gt;&amp;nbsp; &lt;/span&gt;with postman testing&lt;/li&gt;&#xa;&lt;li class=&quot;li1&quot;&gt;Write tests and documentation with Postman and deployment&lt;/li&gt;&#xa;&lt;li class=&quot;li1&quot;&gt;Advance logging with morgan and&lt;span class=&quot;Apple-converted-space&quot;&gt;&amp;nbsp; &lt;/span&gt;Winston&lt;span class=&quot;Apple-converted-space&quot;&gt;&amp;nbsp;&lt;/span&gt;&lt;/li&gt;&#xa;&lt;li class=&quot;li1&quot;&gt;From ida to database design&lt;/li&gt;&#xa;&lt;li class=&quot;li1&quot;&gt;Database design for videoTube.&lt;/li&gt;&#xa;&lt;li class=&quot;li1&quot;&gt;Backend project structure&lt;/li&gt;&#xa;&lt;li class=&quot;li1&quot;&gt;Connect database professionally in MERN&lt;/li&gt;&#xa;&lt;li class=&quot;li1&quot;&gt;Standardized&lt;span class=&quot;Apple-converted-space&quot;&gt;&amp;nbsp; &lt;/span&gt;error and response from server in MERN&lt;/li&gt;&#xa;&lt;li class=&quot;li1&quot;&gt;Healthcheck routes and testing with postman&lt;/li&gt;&#xa;&lt;li class=&quot;li1&quot;&gt;A guide&lt;span class=&quot;Apple-converted-space&quot;&gt;&amp;nbsp; &lt;/span&gt;to build models in MongoDB with aggregation plugin&lt;/li&gt;&#xa;&lt;li class=&quot;li1&quot;&gt;Hooks and methods in mongoose&lt;span class=&quot;Apple-converted-space&quot;&gt;&amp;nbsp; &lt;/span&gt;with JWT&lt;/li&gt;&#xa;&lt;li class=&quot;li1&quot;&gt;How to handle files&lt;span class=&quot;Apple-converted-space&quot;&gt;&amp;nbsp; &lt;/span&gt;in MERN Application&lt;span class=&quot;Apple-converted-space&quot;&gt;&amp;nbsp;&lt;/span&gt;&lt;/li&gt;&#xa;&lt;li class=&quot;li1&quot;&gt;Registration&lt;span class=&quot;Apple-converted-space&quot;&gt;&amp;nbsp; &lt;/span&gt;with ultimate&lt;span class=&quot;Apple-converted-space&quot;&gt;&amp;nbsp; &lt;/span&gt;debugging and refactoring&lt;/li&gt;&#xa;&lt;li class=&quot;li1&quot;&gt;How to write login controller in MERN Backend&lt;/li&gt;&#xa;&lt;li class=&quot;li1&quot;&gt;How to&lt;span class=&quot;Apple-converted-space&quot;&gt;&amp;nbsp; &lt;/span&gt;generate new fresh token&lt;span class=&quot;Apple-converted-space&quot;&gt;&amp;nbsp; &lt;/span&gt;in MERN Backend&lt;/li&gt;&#xa;&lt;li class=&quot;li1&quot;&gt;How to write middleware in MERN backend&lt;/li&gt;&#xa;&lt;li class=&quot;li1&quot;&gt;Practice CRUD in MERN backend&lt;/li&gt;&#xa;&lt;li class=&quot;li1&quot;&gt;How to get complex data with aggregation pipeline in MongoDB&lt;span class=&quot;Apple-converted-space&quot;&gt;&amp;nbsp;&lt;/span&gt;&lt;/li&gt;&#xa;&lt;li class=&quot;li1&quot;&gt;A postman assignment for you in routes&lt;/li&gt;&#xa;&lt;li class=&quot;li1&quot;&gt;Mega backend Project assignment&lt;/li&gt;&#xa;&lt;/ul&gt;&#xa;&lt;/ul&gt;" style="text;whiteSpace=wrap;html=1;fillColor=#dae8fc;strokeColor=#6c8ebf;" vertex="1" parent="1">
                    <mxGeometry x="-761" y="8884" width="449" height="975" as="geometry"/>
                </mxCell>
                <mxCell id="57" style="edgeStyle=none;html=1;exitX=0.5;exitY=1;exitDx=0;exitDy=0;" edge="1" parent="1" source="54" target="56">
                    <mxGeometry relative="1" as="geometry"/>
                </mxCell>
                <mxCell id="59" value="17" style="edgeLabel;html=1;align=center;verticalAlign=middle;resizable=0;points=[];" vertex="1" connectable="0" parent="57">
                    <mxGeometry x="0.0002" y="-2" relative="1" as="geometry">
                        <mxPoint as="offset"/>
                    </mxGeometry>
                </mxCell>
                <mxCell id="54" value="Section 24 - MongoDB advance aggregation&lt;span class=&quot;Apple-converted-space&quot;&gt;&amp;nbsp; &lt;/span&gt;pipelines&#xa;&lt;p class=&quot;p2&quot;&gt;&lt;br&gt;&lt;/p&gt;&#xa;&lt;ul class=&quot;ul1&quot;&gt;&#xa;&lt;ul class=&quot;ul1&quot;&gt;&#xa;&lt;li class=&quot;li1&quot;&gt;&lt;span class=&quot;Apple-converted-space&quot;&gt;&amp;nbsp;&lt;/span&gt;MongoDB aggregation stup&lt;/li&gt;&#xa;&lt;li class=&quot;li1&quot;&gt;Grouping in MongoDB&lt;/li&gt;&#xa;&lt;li class=&quot;li1&quot;&gt;Group sum and more&lt;span class=&quot;Apple-converted-space&quot;&gt;&amp;nbsp;&lt;/span&gt;&lt;/li&gt;&#xa;&lt;li class=&quot;li1&quot;&gt;Dealing with arrays in aggregation&lt;/li&gt;&#xa;&lt;li class=&quot;li1&quot;&gt;Match and project pipeline&lt;span class=&quot;Apple-converted-space&quot;&gt;&amp;nbsp;&lt;/span&gt;&lt;/li&gt;&#xa;&lt;li class=&quot;li1&quot;&gt;Match all operators&lt;span class=&quot;Apple-converted-space&quot;&gt;&amp;nbsp; &lt;/span&gt;of aggregation&lt;span class=&quot;Apple-converted-space&quot;&gt;&amp;nbsp;&lt;/span&gt;&lt;/li&gt;&#xa;&lt;li class=&quot;li1&quot;&gt;Lookup in MongoDB aggregation&lt;span class=&quot;Apple-converted-space&quot;&gt;&amp;nbsp;&lt;/span&gt;&lt;/li&gt;&#xa;&lt;/ul&gt;&#xa;&lt;/ul&gt;" style="text;whiteSpace=wrap;html=1;fillColor=#dae8fc;strokeColor=#6c8ebf;" vertex="1" parent="1">
                    <mxGeometry x="-686" y="10001" width="318" height="400" as="geometry"/>
                </mxCell>
                <mxCell id="61" style="edgeStyle=none;html=1;" edge="1" parent="1" source="56" target="60">
                    <mxGeometry relative="1" as="geometry"/>
                </mxCell>
                <mxCell id="62" value="18" style="edgeLabel;html=1;align=center;verticalAlign=middle;resizable=0;points=[];" vertex="1" connectable="0" parent="61">
                    <mxGeometry x="-0.2777" y="-2" relative="1" as="geometry">
                        <mxPoint as="offset"/>
                    </mxGeometry>
                </mxCell>
                <mxCell id="56" value="Section 25 - A mega course React&lt;span class=&quot;Apple-converted-space&quot;&gt;&amp;nbsp; &lt;/span&gt;with projects - 10 Projects&#xa;&lt;p class=&quot;p2&quot;&gt;&lt;br&gt;&lt;/p&gt;&#xa;&lt;ul class=&quot;ul1&quot;&gt;&#xa;&lt;ul class=&quot;ul1&quot;&gt;&#xa;&lt;li class=&quot;li1&quot;&gt;React Roadmap&lt;/li&gt;&#xa;&lt;li class=&quot;li1&quot;&gt;Create react projects&lt;/li&gt;&#xa;&lt;li class=&quot;li1&quot;&gt;&lt;span class=&quot;Apple-converted-space&quot;&gt;&amp;nbsp;&lt;/span&gt;Understand. The react flow and structure&lt;/li&gt;&#xa;&lt;li class=&quot;li1&quot;&gt;Create your own react library and JSX&lt;span class=&quot;Apple-converted-space&quot;&gt;&amp;nbsp;&lt;/span&gt;&lt;/li&gt;&#xa;&lt;li class=&quot;li1&quot;&gt;Why you need hooks and project&lt;/li&gt;&#xa;&lt;li class=&quot;li1&quot;&gt;Virtual DOM ,Fibre and reconciliation&lt;span class=&quot;Apple-converted-space&quot;&gt;&amp;nbsp;&lt;/span&gt;&lt;/li&gt;&#xa;&lt;li class=&quot;li1&quot;&gt;Tailwind and props in Reactjs&lt;/li&gt;&#xa;&lt;li class=&quot;li1&quot;&gt;Building&lt;span class=&quot;Apple-converted-space&quot;&gt;&amp;nbsp; &lt;/span&gt;a react project bgChanger&lt;/li&gt;&#xa;&lt;li class=&quot;li1&quot;&gt;useEffect ,useRef and useCallback with 1 project&lt;/li&gt;&#xa;&lt;li class=&quot;li1&quot;&gt;Custom hooks in react | Currency project&lt;/li&gt;&#xa;&lt;li class=&quot;li1&quot;&gt;React router crash course&lt;span class=&quot;Apple-converted-space&quot;&gt;&amp;nbsp;&lt;/span&gt;&lt;/li&gt;&#xa;&lt;li class=&quot;li1&quot;&gt;12 context API in fact | get the concept&lt;/li&gt;&#xa;&lt;li class=&quot;li1&quot;&gt;Build&lt;span class=&quot;Apple-converted-space&quot;&gt;&amp;nbsp; &lt;/span&gt;a dark mode light mode&lt;span class=&quot;Apple-converted-space&quot;&gt;&amp;nbsp; &lt;/span&gt;in reactJS with context api&lt;/li&gt;&#xa;&lt;li class=&quot;li1&quot;&gt;Context API with local storage&lt;span class=&quot;Apple-converted-space&quot;&gt;&amp;nbsp;&lt;/span&gt;&lt;/li&gt;&#xa;&lt;/ul&gt;&#xa;&lt;/ul&gt;" style="text;whiteSpace=wrap;html=1;fillColor=#dae8fc;strokeColor=#6c8ebf;" vertex="1" parent="1">
                    <mxGeometry x="-739" y="10599" width="413" height="644" as="geometry"/>
                </mxCell>
                <mxCell id="64" style="edgeStyle=none;html=1;" edge="1" parent="1" source="60" target="63">
                    <mxGeometry relative="1" as="geometry"/>
                </mxCell>
                <mxCell id="65" value="19" style="edgeLabel;html=1;align=center;verticalAlign=middle;resizable=0;points=[];" vertex="1" connectable="0" parent="64">
                    <mxGeometry x="-0.0641" y="-1" relative="1" as="geometry">
                        <mxPoint as="offset"/>
                    </mxGeometry>
                </mxCell>
                <UserObject label="Section 27 - Build&lt;span class=&quot;Apple-converted-space&quot;&gt;&amp;nbsp; &lt;/span&gt;a full stack QnA System&lt;span class=&quot;Apple-converted-space&quot;&gt;&amp;nbsp; &lt;/span&gt;with NextJS and Appwrite&#xa;&lt;p class=&quot;p2&quot;&gt;&lt;br&gt;&lt;/p&gt;&#xa;&lt;p class=&quot;p2&quot;&gt;&lt;br&gt;&lt;/p&gt;&#xa;&lt;ul class=&quot;ul1&quot;&gt;&#xa;&lt;ul class=&quot;ul1&quot;&gt;&#xa;&lt;li class=&quot;li1&quot;&gt;Building&lt;span class=&quot;Apple-converted-space&quot;&gt;&amp;nbsp; &lt;/span&gt;stack overflow clone with nexts and appwrite&lt;span class=&quot;Apple-converted-space&quot;&gt;&amp;nbsp;&lt;/span&gt;&lt;/li&gt;&#xa;&lt;li class=&quot;li1&quot;&gt;Let’s Build stack overflow with next.js&lt;span class=&quot;Apple-converted-space&quot;&gt;&amp;nbsp; &lt;/span&gt;and Appwrite&lt;span class=&quot;Apple-converted-space&quot;&gt;&amp;nbsp;&lt;/span&gt;&lt;/li&gt;&#xa;&lt;li class=&quot;li1&quot;&gt;Appwrite and next.js setup for full stack project&lt;/li&gt;&#xa;&lt;li class=&quot;li1&quot;&gt;Data modeling in appwrite with node SDK&lt;/li&gt;&#xa;&lt;li class=&quot;li1&quot;&gt;Zustand in Next.js with perstiant storage&lt;/li&gt;&#xa;&lt;li class=&quot;li1&quot;&gt;Appwrite Next.js&lt;span class=&quot;Apple-converted-space&quot;&gt;&amp;nbsp; &lt;/span&gt;Zustand Auth crash course&lt;/li&gt;&#xa;&lt;li class=&quot;li1&quot;&gt;Handle User prefs in Appwrite&lt;span class=&quot;Apple-converted-space&quot;&gt;&amp;nbsp;&lt;/span&gt;&lt;/li&gt;&#xa;&lt;li class=&quot;li1&quot;&gt;Complex upvote and downvote, Review of components&lt;span class=&quot;Apple-converted-space&quot;&gt;&amp;nbsp; &lt;/span&gt;for stack overflow , Project&lt;/li&gt;&#xa;&lt;/ul&gt;&#xa;&lt;/ul&gt;" link="Section 27 - Build&lt;span class=&quot;Apple-converted-space&quot;&gt;&amp;nbsp; &lt;/span&gt;a full stack QnA System&lt;span class=&quot;Apple-converted-space&quot;&gt;&amp;nbsp; &lt;/span&gt;with NextJS and Appwrite&#xa;&lt;p class=&quot;p2&quot;&gt;&lt;br&gt;&lt;/p&gt;&#xa;&lt;p class=&quot;p2&quot;&gt;&lt;br&gt;&lt;/p&gt;&#xa;&lt;ul class=&quot;ul1&quot;&gt;&#xa;&lt;ul class=&quot;ul1&quot;&gt;&#xa;&lt;li class=&quot;li1&quot;&gt;Building&lt;span class=&quot;Apple-converted-space&quot;&gt;&amp;nbsp; &lt;/span&gt;stack overflow clone with nexts and appwrite&lt;span class=&quot;Apple-converted-space&quot;&gt;&amp;nbsp;&lt;/span&gt;&lt;/li&gt;&#xa;&lt;li class=&quot;li1&quot;&gt;Let’s Build stack overflow with next.js&lt;span class=&quot;Apple-converted-space&quot;&gt;&amp;nbsp; &lt;/span&gt;and Appwrite&lt;span class=&quot;Apple-converted-space&quot;&gt;&amp;nbsp;&lt;/span&gt;&lt;/li&gt;&#xa;&lt;li class=&quot;li1&quot;&gt;Appwrite and next.js setup for full stack project&lt;/li&gt;&#xa;&lt;li class=&quot;li1&quot;&gt;Data modeling in appwrite with node SDK&lt;/li&gt;&#xa;&lt;li class=&quot;li1&quot;&gt;Zustand in Next.js with perstiant storage&lt;/li&gt;&#xa;&lt;li class=&quot;li1&quot;&gt;Appwrite Next.js&lt;span class=&quot;Apple-converted-space&quot;&gt;&amp;nbsp; &lt;/span&gt;Zustand Auth crash course&lt;/li&gt;&#xa;&lt;li class=&quot;li1&quot;&gt;Handle User prefs in Appwrite&lt;span class=&quot;Apple-converted-space&quot;&gt;&amp;nbsp;&lt;/span&gt;&lt;/li&gt;&#xa;&lt;li class=&quot;li1&quot;&gt;Complex upvote and downvote, Review of components&lt;span class=&quot;Apple-converted-space&quot;&gt;&amp;nbsp; &lt;/span&gt;for stack overflow , Project&lt;/li&gt;&#xa;&lt;/ul&gt;&#xa;&lt;/ul&gt;" id="60">
                    <mxCell style="text;whiteSpace=wrap;html=1;fillColor=#dae8fc;strokeColor=#6c8ebf;" vertex="1" parent="1">
                        <mxGeometry x="-810" y="11488" width="550" height="488" as="geometry"/>
                    </mxCell>
                </UserObject>
                <mxCell id="67" style="edgeStyle=none;html=1;entryX=0.5;entryY=0;entryDx=0;entryDy=0;fillColor=#dae8fc;strokeColor=#6c8ebf;" edge="1" parent="1" source="63" target="66">
                    <mxGeometry relative="1" as="geometry"/>
                </mxCell>
                <mxCell id="68" value="20" style="edgeLabel;html=1;align=center;verticalAlign=middle;resizable=0;points=[];" vertex="1" connectable="0" parent="67">
                    <mxGeometry x="-0.2111" y="1" relative="1" as="geometry">
                        <mxPoint as="offset"/>
                    </mxGeometry>
                </mxCell>
                <mxCell id="63" value="Section 28 - Deploy&#xa;&lt;p class=&quot;p2&quot;&gt;&lt;br&gt;&lt;/p&gt;&#xa;&lt;ul class=&quot;ul1&quot;&gt;&#xa;&lt;ul class=&quot;ul1&quot;&gt;&#xa;&lt;li class=&quot;li1&quot;&gt;Deploy- A series of deployment&lt;span class=&quot;Apple-converted-space&quot;&gt;&amp;nbsp; &lt;/span&gt;code&lt;span class=&quot;Apple-converted-space&quot;&gt;&amp;nbsp;&lt;/span&gt;&lt;/li&gt;&#xa;&lt;li class=&quot;li1&quot;&gt;How to setup VPC for deployment&lt;span class=&quot;Apple-converted-space&quot;&gt;&amp;nbsp;&lt;/span&gt;&lt;/li&gt;&#xa;&lt;li class=&quot;li1&quot;&gt;How to configure ngnix on VPS for the 1st time&lt;span class=&quot;Apple-converted-space&quot;&gt;&amp;nbsp;&lt;/span&gt;&lt;/li&gt;&#xa;&lt;li class=&quot;li1&quot;&gt;How to add rate limiting in ngnix&lt;/li&gt;&#xa;&lt;li class=&quot;li1&quot;&gt;05 How to Configure domain to VPS&lt;/li&gt;&#xa;&lt;li class=&quot;li1&quot;&gt;How to install a SSL on ngnix&lt;span class=&quot;Apple-converted-space&quot;&gt;&amp;nbsp; &lt;/span&gt;on Ubuntu&lt;/li&gt;&#xa;&lt;li class=&quot;li1&quot;&gt;How to deploy&lt;span class=&quot;Apple-converted-space&quot;&gt;&amp;nbsp; &lt;/span&gt;node api with ngnix on VPS&lt;/li&gt;&#xa;&lt;li class=&quot;li1&quot;&gt;Your Vercel on VPS -Coolify&lt;/li&gt;&#xa;&lt;/ul&gt;&#xa;&lt;/ul&gt;" style="text;whiteSpace=wrap;html=1;fillColor=#dae8fc;strokeColor=#6c8ebf;" vertex="1" parent="1">
                    <mxGeometry x="-704" y="12179" width="360" height="435" as="geometry"/>
                </mxCell>
                <mxCell id="70" style="edgeStyle=none;html=1;entryX=0.5;entryY=0;entryDx=0;entryDy=0;" edge="1" parent="1" source="66" target="69">
                    <mxGeometry relative="1" as="geometry"/>
                </mxCell>
                <mxCell id="71" value="21" style="edgeLabel;html=1;align=center;verticalAlign=middle;resizable=0;points=[];" vertex="1" connectable="0" parent="70">
                    <mxGeometry x="-0.2473" y="-2" relative="1" as="geometry">
                        <mxPoint as="offset"/>
                    </mxGeometry>
                </mxCell>
                <UserObject label="Section 29 - Building AI powered SAAS with NextJS, Prisma ,NeonDB&#xa;&lt;p class=&quot;p2&quot;&gt;&lt;br&gt;&lt;/p&gt;&#xa;&lt;p class=&quot;p2&quot;&gt;&lt;br&gt;&lt;/p&gt;&#xa;&lt;ul class=&quot;ul1&quot;&gt;&#xa;&lt;ul class=&quot;ul1&quot;&gt;&#xa;&lt;li class=&quot;li1&quot;&gt;Let’s Build AI powered. SAAS with Next.js and wloudinary&lt;/li&gt;&#xa;&lt;li class=&quot;li1&quot;&gt;How to configure middleware for clerk auth&lt;/li&gt;&#xa;&lt;li class=&quot;li1&quot;&gt;How to setup&lt;span class=&quot;Apple-converted-space&quot;&gt;&amp;nbsp; &lt;/span&gt;clerk auth in Next.js&lt;/li&gt;&#xa;&lt;li class=&quot;li1&quot;&gt;Setup Prisma with neaonDB for your SAAS&lt;/li&gt;&#xa;&lt;li class=&quot;li1&quot;&gt;How to upload anything on cloudinary Next.js image component&lt;/li&gt;&#xa;&lt;li class=&quot;li1&quot;&gt;How to handle&lt;span class=&quot;Apple-converted-space&quot;&gt;&amp;nbsp; &lt;/span&gt;video upload in Next.js&lt;/li&gt;&#xa;&lt;li class=&quot;li1&quot;&gt;Smart video preview with culinary AI&lt;/li&gt;&#xa;&lt;li class=&quot;li1&quot;&gt;09 Final sum- up and the feature recommendation&lt;/li&gt;&#xa;&lt;/ul&gt;&#xa;&lt;/ul&gt;" link="Section 29 - Building AI powered SAAS with NextJS, Prisma ,NeonDB&#xa;&lt;p class=&quot;p2&quot;&gt;&lt;br&gt;&lt;/p&gt;&#xa;&lt;p class=&quot;p2&quot;&gt;&lt;br&gt;&lt;/p&gt;&#xa;&lt;ul class=&quot;ul1&quot;&gt;&#xa;&lt;ul class=&quot;ul1&quot;&gt;&#xa;&lt;li class=&quot;li1&quot;&gt;Let’s Build AI powered. SAAS with Next.js and wloudinary&lt;/li&gt;&#xa;&lt;li class=&quot;li1&quot;&gt;How to configure middleware for clerk auth&lt;/li&gt;&#xa;&lt;li class=&quot;li1&quot;&gt;How to setup&lt;span class=&quot;Apple-converted-space&quot;&gt;&amp;nbsp; &lt;/span&gt;clerk auth in Next.js&lt;/li&gt;&#xa;&lt;li class=&quot;li1&quot;&gt;Setup Prisma with neaonDB for your SAAS&lt;/li&gt;&#xa;&lt;li class=&quot;li1&quot;&gt;How to upload anything on cloudinary Next.js image component&lt;/li&gt;&#xa;&lt;li class=&quot;li1&quot;&gt;How to handle&lt;span class=&quot;Apple-converted-space&quot;&gt;&amp;nbsp; &lt;/span&gt;video upload in Next.js&lt;/li&gt;&#xa;&lt;li class=&quot;li1&quot;&gt;Smart video preview with culinary AI&lt;/li&gt;&#xa;&lt;li class=&quot;li1&quot;&gt;09 Final sum- up and the feature recommendation&lt;/li&gt;&#xa;&lt;/ul&gt;&#xa;&lt;/ul&gt;" id="66">
                    <mxCell style="text;whiteSpace=wrap;html=1;fillColor=#dae8fc;strokeColor=#6c8ebf;" vertex="1" parent="1">
                        <mxGeometry x="-747.5" y="12794" width="447" height="488" as="geometry"/>
                    </mxCell>
                </UserObject>
                <mxCell id="73" style="edgeStyle=none;html=1;" edge="1" parent="1" source="69" target="72">
                    <mxGeometry relative="1" as="geometry"/>
                </mxCell>
                <mxCell id="74" value="22" style="edgeLabel;html=1;align=center;verticalAlign=middle;resizable=0;points=[];" vertex="1" connectable="0" parent="73">
                    <mxGeometry x="-0.2623" y="-1" relative="1" as="geometry">
                        <mxPoint as="offset"/>
                    </mxGeometry>
                </mxCell>
                <mxCell id="69" value="Section 30 - Master SQL for web developers | Mysql and Prostgresql&#xa;&lt;p class=&quot;p2&quot;&gt;&lt;br&gt;&lt;/p&gt;&#xa;&lt;p class=&quot;p2&quot;&gt;&lt;br&gt;&lt;/p&gt;&#xa;&lt;ul class=&quot;ul1&quot;&gt;&#xa;&lt;ul class=&quot;ul1&quot;&gt;&#xa;&lt;li class=&quot;li1&quot;&gt;Introduction to SQL for web developers&lt;span class=&quot;Apple-converted-space&quot;&gt;&amp;nbsp;&lt;/span&gt;&lt;/li&gt;&#xa;&lt;li class=&quot;li1&quot;&gt;SQL Terminologies&lt;span class=&quot;Apple-converted-space&quot;&gt;&amp;nbsp;&lt;/span&gt;&lt;/li&gt;&#xa;&lt;li class=&quot;li1&quot;&gt;MYSQL postgresql and sqlite in real world&lt;/li&gt;&#xa;&lt;li class=&quot;li1&quot;&gt;How to install&lt;span class=&quot;Apple-converted-space&quot;&gt;&amp;nbsp; &lt;/span&gt;Postgresql on a local machine&lt;/li&gt;&#xa;&lt;li class=&quot;li1&quot;&gt;A tour of PGAdmin 4 of postgresql&lt;/li&gt;&#xa;&lt;li class=&quot;li1&quot;&gt;MySQL and mySQL&lt;span class=&quot;Apple-converted-space&quot;&gt;&amp;nbsp; &lt;/span&gt;workbench&lt;span class=&quot;Apple-converted-space&quot;&gt;&amp;nbsp; &lt;/span&gt;installation and Tour&lt;/li&gt;&#xa;&lt;li class=&quot;li1&quot;&gt;SQL Extension for VSCode&lt;/li&gt;&#xa;&lt;li class=&quot;li1&quot;&gt;A complete&lt;span class=&quot;Apple-converted-space&quot;&gt;&amp;nbsp; &lt;/span&gt;crash course on CRUD operation&lt;span class=&quot;Apple-converted-space&quot;&gt;&amp;nbsp;&lt;/span&gt;&lt;/li&gt;&#xa;&lt;li class=&quot;li1&quot;&gt;Entity Relationship&lt;span class=&quot;Apple-converted-space&quot;&gt;&amp;nbsp; &lt;/span&gt;diagrams in depth&lt;/li&gt;&#xa;&lt;li class=&quot;li1&quot;&gt;DDL - CREATE ALTER DROP TRUNCATE and RENAME&lt;/li&gt;&#xa;&lt;li class=&quot;li1&quot;&gt;DML - INSERT UPDATE DELETE and SELECT&lt;/li&gt;&#xa;&lt;li class=&quot;li1&quot;&gt;DCL - GRANT and REVOKE access to database&lt;span class=&quot;Apple-converted-space&quot;&gt;&amp;nbsp;&lt;/span&gt;&lt;/li&gt;&#xa;&lt;li class=&quot;li1&quot;&gt;TCL - BEGIN COMMIT ROLLBACK and SAVEPOINT&lt;/li&gt;&#xa;&lt;li class=&quot;li1&quot;&gt;DTO&lt;span class=&quot;Apple-converted-space&quot;&gt;&amp;nbsp; &lt;/span&gt;and QQL in SQL&lt;/li&gt;&#xa;&lt;li class=&quot;li1&quot;&gt;First normal form of database&lt;/li&gt;&#xa;&lt;li class=&quot;li1&quot;&gt;Second and Third Normal form&lt;span class=&quot;Apple-converted-space&quot;&gt;&amp;nbsp;&lt;/span&gt;&lt;/li&gt;&#xa;&lt;li class=&quot;li1&quot;&gt;Concept of Join and inner Join&lt;/li&gt;&#xa;&lt;li class=&quot;li1&quot;&gt;LEFT RIGHT OUTER and cross Joins are so easy now&lt;/li&gt;&#xa;&lt;li class=&quot;li1&quot;&gt;Aggregate Function and Inner Queries&lt;span class=&quot;Apple-converted-space&quot;&gt;&amp;nbsp;&lt;/span&gt;&lt;/li&gt;&#xa;&lt;li class=&quot;li1&quot;&gt;Moving toward ORM - PRISMA and DRIZZLE&lt;/li&gt;&#xa;&lt;/ul&gt;&#xa;&lt;/ul&gt;" style="text;whiteSpace=wrap;html=1;fillColor=#dae8fc;strokeColor=#6c8ebf;" vertex="1" parent="1">
                    <mxGeometry x="-733" y="13476" width="414" height="905" as="geometry"/>
                </mxCell>
                <mxCell id="76" style="edgeStyle=none;html=1;" edge="1" parent="1" source="72" target="75">
                    <mxGeometry relative="1" as="geometry"/>
                </mxCell>
                <mxCell id="83" value="23" style="edgeLabel;html=1;align=center;verticalAlign=middle;resizable=0;points=[];" vertex="1" connectable="0" parent="76">
                    <mxGeometry x="-0.3218" y="-1" relative="1" as="geometry">
                        <mxPoint as="offset"/>
                    </mxGeometry>
                </mxCell>
                <mxCell id="72" value="Section 31 -Event Driven&lt;span class=&quot;Apple-converted-space&quot;&gt;&amp;nbsp; &lt;/span&gt;Architecture&lt;span class=&quot;Apple-converted-space&quot;&gt;&amp;nbsp; &lt;/span&gt;- Full Stack Project&lt;span class=&quot;Apple-converted-space&quot;&gt;&amp;nbsp;&lt;/span&gt;&#xa;&lt;p class=&quot;p2&quot;&gt;&lt;br&gt;&lt;/p&gt;&#xa;&lt;p class=&quot;p2&quot;&gt;&lt;br&gt;&lt;/p&gt;&#xa;&lt;ul class=&quot;ul1&quot;&gt;&#xa;&lt;ul class=&quot;ul1&quot;&gt;&#xa;&lt;li class=&quot;li1&quot;&gt;Lets build a SAAS starter template with Clerk and NextJS&lt;/li&gt;&#xa;&lt;li class=&quot;li1&quot;&gt;Event Driven Architecture - A guide on Clerk webhooks&lt;/li&gt;&#xa;&lt;li class=&quot;li1&quot;&gt;Handle NeonDB (Postgresql) with NextJS&lt;/li&gt;&#xa;&lt;li class=&quot;li1&quot;&gt;How to handle Custom Signup Flow in Clerk&lt;/li&gt;&#xa;&lt;li class=&quot;li1&quot;&gt;Clerk Middleware guide for Role based&lt;span class=&quot;Apple-converted-space&quot;&gt;&amp;nbsp; &lt;/span&gt;access&lt;span class=&quot;Apple-converted-space&quot;&gt;&amp;nbsp;&lt;/span&gt;&lt;/li&gt;&#xa;&lt;li class=&quot;li1&quot;&gt;Crash course&lt;span class=&quot;Apple-converted-space&quot;&gt;&amp;nbsp; &lt;/span&gt;on Handling webHooks - Clerk Webhooks&lt;/li&gt;&#xa;&lt;li class=&quot;li1&quot;&gt;A crash course on prisma CRUD and Pagination&lt;/li&gt;&#xa;&lt;li class=&quot;li1&quot;&gt;Handling API calls in frontend in NextJS&lt;/li&gt;&#xa;&lt;/ul&gt;&#xa;&lt;/ul&gt;" style="text;whiteSpace=wrap;html=1;fillColor=#dae8fc;strokeColor=#6c8ebf;" vertex="1" parent="1">
                    <mxGeometry x="-739" y="14522" width="413" height="488" as="geometry"/>
                </mxCell>
                <mxCell id="78" style="edgeStyle=none;html=1;" edge="1" parent="1" source="75" target="77">
                    <mxGeometry relative="1" as="geometry"/>
                </mxCell>
                <mxCell id="84" value="24" style="edgeLabel;html=1;align=center;verticalAlign=middle;resizable=0;points=[];" vertex="1" connectable="0" parent="78">
                    <mxGeometry x="-0.1174" y="-2" relative="1" as="geometry">
                        <mxPoint as="offset"/>
                    </mxGeometry>
                </mxCell>
                <mxCell id="75" value="Section 32 - Master Fastify Framework. By building a complete backend&lt;span class=&quot;Apple-converted-space&quot;&gt;&amp;nbsp; &lt;/span&gt;with Authentication&lt;span class=&quot;Apple-converted-space&quot;&gt;&amp;nbsp;&lt;/span&gt;&#xa;&lt;p class=&quot;p2&quot;&gt;&lt;br&gt;&lt;/p&gt;&#xa;&lt;ul class=&quot;ul1&quot;&gt;&#xa;&lt;ul class=&quot;ul1&quot;&gt;&#xa;&lt;li class=&quot;li1&quot;&gt;A complete backend project on Fastify&lt;/li&gt;&#xa;&lt;li class=&quot;li1&quot;&gt;Reading Fastify docs together&lt;/li&gt;&#xa;&lt;li class=&quot;li1&quot;&gt;Fastify server and plugin ecosystem&lt;/li&gt;&#xa;&lt;li class=&quot;li1&quot;&gt;Building your own plugins in Fastify&lt;/li&gt;&#xa;&lt;li class=&quot;li1&quot;&gt;User authentication and fustily jet plugins with middleware&lt;/li&gt;&#xa;&lt;li class=&quot;li1&quot;&gt;Learn about straws in nodes and Fastify file handling&lt;/li&gt;&#xa;&lt;/ul&gt;&#xa;&lt;/ul&gt;" style="text;whiteSpace=wrap;html=1;fillColor=#dae8fc;strokeColor=#6c8ebf;" vertex="1" parent="1">
                    <mxGeometry x="-780" y="15181" width="520" height="365" as="geometry"/>
                </mxCell>
                <mxCell id="80" style="edgeStyle=none;html=1;" edge="1" parent="1" source="77" target="79">
                    <mxGeometry relative="1" as="geometry"/>
                </mxCell>
                <mxCell id="85" value="25" style="edgeLabel;html=1;align=center;verticalAlign=middle;resizable=0;points=[];" vertex="1" connectable="0" parent="80">
                    <mxGeometry x="-0.025" relative="1" as="geometry">
                        <mxPoint as="offset"/>
                    </mxGeometry>
                </mxCell>
                <mxCell id="77" value="Section 33 - Secure LMS with Payment gateway for senior developers&#xa;&lt;p class=&quot;p2&quot;&gt;&lt;br&gt;&lt;/p&gt;&#xa;&lt;ul class=&quot;ul1&quot;&gt;&#xa;&lt;ul class=&quot;ul1&quot;&gt;&#xa;&lt;li class=&quot;li1&quot;&gt;A challenge for you in building logic&lt;/li&gt;&#xa;&lt;li class=&quot;li1&quot;&gt;Building&lt;span class=&quot;Apple-converted-space&quot;&gt;&amp;nbsp; &lt;/span&gt;score LMS&lt;span class=&quot;Apple-converted-space&quot;&gt;&amp;nbsp; &lt;/span&gt;with payment gateway&lt;/li&gt;&#xa;&lt;li class=&quot;li1&quot;&gt;Development staging and&lt;span class=&quot;Apple-converted-space&quot;&gt;&amp;nbsp; &lt;/span&gt;production mode&lt;/li&gt;&#xa;&lt;li class=&quot;li1&quot;&gt;Adding production level loggers and error handlers&lt;/li&gt;&#xa;&lt;li class=&quot;li1&quot;&gt;Protecting your application with sql css and other attacks&lt;span class=&quot;Apple-converted-space&quot;&gt;&amp;nbsp;&lt;/span&gt;&lt;/li&gt;&#xa;&lt;li class=&quot;li1&quot;&gt;Handle database connection like senior dev&lt;/li&gt;&#xa;&lt;li class=&quot;li1&quot;&gt;Mongoose with virtual and hooks&lt;span class=&quot;Apple-converted-space&quot;&gt;&amp;nbsp;&lt;/span&gt;&lt;/li&gt;&#xa;&lt;li class=&quot;li1&quot;&gt;Course&lt;span class=&quot;Apple-converted-space&quot;&gt;&amp;nbsp; &lt;/span&gt;and lecture models with hooks and virtual&lt;/li&gt;&#xa;&lt;li class=&quot;li1&quot;&gt;Indexing of document fields&lt;span class=&quot;Apple-converted-space&quot;&gt;&amp;nbsp; &lt;/span&gt;in mongoldb&lt;/li&gt;&#xa;&lt;li class=&quot;li1&quot;&gt;Multer cloudinary and jsonwebtokens&lt;/li&gt;&#xa;&lt;li class=&quot;li1&quot;&gt;Health&lt;span class=&quot;Apple-converted-space&quot;&gt;&amp;nbsp; &lt;/span&gt;check routes are important for AWS loadbalancers&lt;/li&gt;&#xa;&lt;li class=&quot;li1&quot;&gt;Populated , middleware&lt;span class=&quot;Apple-converted-space&quot;&gt;&amp;nbsp; &lt;/span&gt;and virtual&lt;span class=&quot;Apple-converted-space&quot;&gt;&amp;nbsp; &lt;/span&gt;fields&lt;span class=&quot;Apple-converted-space&quot;&gt;&amp;nbsp;&lt;/span&gt;&lt;/li&gt;&#xa;&lt;li class=&quot;li1&quot;&gt;Populate , middleware and virtual fields&lt;/li&gt;&#xa;&lt;li class=&quot;li1&quot;&gt;Centralised&lt;span class=&quot;Apple-converted-space&quot;&gt;&amp;nbsp; &lt;/span&gt;validation&lt;span class=&quot;Apple-converted-space&quot;&gt;&amp;nbsp; &lt;/span&gt;in backend&lt;/li&gt;&#xa;&lt;li class=&quot;li1&quot;&gt;Theory behind payment getaway integration.&lt;/li&gt;&#xa;&lt;li class=&quot;li1&quot;&gt;Razorpay order creation and verification&lt;span class=&quot;Apple-converted-space&quot;&gt;&amp;nbsp;&lt;/span&gt;&lt;/li&gt;&#xa;&lt;/ul&gt;&#xa;&lt;/ul&gt;" style="text;whiteSpace=wrap;html=1;fillColor=#dae8fc;strokeColor=#6c8ebf;" vertex="1" parent="1">
                    <mxGeometry x="-716.5" y="15734" width="416" height="713" as="geometry"/>
                </mxCell>
                <mxCell id="82" style="edgeStyle=none;html=1;" edge="1" parent="1" source="79" target="81">
                    <mxGeometry relative="1" as="geometry"/>
                </mxCell>
                <mxCell id="86" value="26" style="edgeLabel;html=1;align=center;verticalAlign=middle;resizable=0;points=[];" vertex="1" connectable="0" parent="82">
                    <mxGeometry x="-0.1797" y="1" relative="1" as="geometry">
                        <mxPoint as="offset"/>
                    </mxGeometry>
                </mxCell>
                <mxCell id="79" value="Section 34 - Docker&lt;span class=&quot;Apple-converted-space&quot;&gt;&amp;nbsp; &lt;/span&gt;and containers for web developers&#xa;&lt;p class=&quot;p2&quot;&gt;&lt;br&gt;&lt;/p&gt;&#xa;&lt;ul class=&quot;ul1&quot;&gt;&#xa;&lt;ul class=&quot;ul1&quot;&gt;&#xa;&lt;li class=&quot;li1&quot;&gt;Foundation of containers&lt;span class=&quot;Apple-converted-space&quot;&gt;&amp;nbsp;&lt;/span&gt;&lt;/li&gt;&#xa;&lt;li class=&quot;li1&quot;&gt;Containers Vs Virtual Machines&lt;span class=&quot;Apple-converted-space&quot;&gt;&amp;nbsp;&lt;/span&gt;&lt;/li&gt;&#xa;&lt;li class=&quot;li1&quot;&gt;Why developers. Should use containers&lt;/li&gt;&#xa;&lt;li class=&quot;li1&quot;&gt;Install docker on linux&lt;/li&gt;&#xa;&lt;li class=&quot;li1&quot;&gt;Install docker on Mac&lt;/li&gt;&#xa;&lt;li class=&quot;li1&quot;&gt;Run your first. Container&lt;/li&gt;&#xa;&lt;li class=&quot;li1&quot;&gt;Docker CLI commands&lt;/li&gt;&#xa;&lt;li class=&quot;li1&quot;&gt;Key docker concepts: Images, Containers,Dockerfiles&lt;/li&gt;&#xa;&lt;li class=&quot;li1&quot;&gt;Writing a Dockerfile and building a container image&lt;/li&gt;&#xa;&lt;li class=&quot;li1&quot;&gt;Managing containers: Running, Stopping ,Removing&lt;/li&gt;&#xa;&lt;li class=&quot;li1&quot;&gt;Containerizing a simple node’s app&lt;/li&gt;&#xa;&lt;li class=&quot;li1&quot;&gt;Docker multi-stage build&lt;/li&gt;&#xa;&lt;/ul&gt;&#xa;&lt;/ul&gt;" style="text;whiteSpace=wrap;html=1;fillColor=#dae8fc;strokeColor=#6c8ebf;" vertex="1" parent="1">
                    <mxGeometry x="-704" y="16607" width="393" height="574" as="geometry"/>
                </mxCell>
                <UserObject label="Section 36 - Building&lt;span class=&quot;Apple-converted-space&quot;&gt;&amp;nbsp; &lt;/span&gt;a Vide&lt;span class=&quot;Apple-converted-space&quot;&gt;&amp;nbsp; &lt;/span&gt;code editor -NextJS + AI full stack project&#xa;&lt;p class=&quot;p2&quot;&gt;&lt;br&gt;&lt;/p&gt;&#xa;&lt;ul class=&quot;ul1&quot;&gt;&#xa;&lt;ul class=&quot;ul1&quot;&gt;&#xa;&lt;li class=&quot;li1&quot;&gt;Introduction to this Project and why it exists&lt;/li&gt;&#xa;&lt;li class=&quot;li1&quot;&gt;Next.js Setup made easy | Kickstart your Fullstack Journey&lt;/li&gt;&#xa;&lt;li class=&quot;li1&quot;&gt;Initialize Prisma and connect to MongoDB | Step by step guide&lt;/li&gt;&#xa;&lt;li class=&quot;li1&quot;&gt;Next.Js Authentication Setup | Google&lt;span class=&quot;Apple-converted-space&quot;&gt;&amp;nbsp; &lt;/span&gt;&amp;amp; Github OAuth Guide&lt;/li&gt;&#xa;&lt;li class=&quot;li1&quot;&gt;Building Authentication Logic with Prisma Schema&lt;/li&gt;&#xa;&lt;li class=&quot;li1&quot;&gt;Implementing Sigin in jwt sessions&lt;span class=&quot;Apple-converted-space&quot;&gt;&amp;nbsp;&lt;/span&gt;&lt;/li&gt;&#xa;&lt;li class=&quot;li1&quot;&gt;Implementing sigin in UI&lt;/li&gt;&#xa;&lt;li class=&quot;li1&quot;&gt;Implementing signing in UI part2&lt;/li&gt;&#xa;&lt;li class=&quot;li1&quot;&gt;Implenting sign in UI part2&lt;/li&gt;&#xa;&lt;li class=&quot;li1&quot;&gt;Implementing sign in UI part 3&lt;/li&gt;&#xa;&lt;li class=&quot;li1&quot;&gt;Landing page Design&lt;/li&gt;&#xa;&lt;li class=&quot;li1&quot;&gt;Building&lt;span class=&quot;Apple-converted-space&quot;&gt;&amp;nbsp; &lt;/span&gt;a dashboard UI&lt;/li&gt;&#xa;&lt;li class=&quot;li1&quot;&gt;Template selecting modal&lt;/li&gt;&#xa;&lt;li class=&quot;li1&quot;&gt;Playground&lt;span class=&quot;Apple-converted-space&quot;&gt;&amp;nbsp; &lt;/span&gt;functionality 1&lt;/li&gt;&#xa;&lt;li class=&quot;li1&quot;&gt;Playground functionality 2&lt;/li&gt;&#xa;&lt;li class=&quot;li1&quot;&gt;Playground Functionality 3&lt;/li&gt;&#xa;&lt;li class=&quot;li1&quot;&gt;File explorer part 1&lt;/li&gt;&#xa;&lt;li class=&quot;li1&quot;&gt;File explorer part 2&lt;/li&gt;&#xa;&lt;li class=&quot;li1&quot;&gt;Monaco editor part 1&lt;/li&gt;&#xa;&lt;li class=&quot;li1&quot;&gt;Monaco editor part 2&lt;/li&gt;&#xa;&lt;li class=&quot;li1&quot;&gt;Monaco editor part 3&lt;/li&gt;&#xa;&lt;li class=&quot;li1&quot;&gt;Webcontainers part 1&lt;/li&gt;&#xa;&lt;li class=&quot;li1&quot;&gt;Webcontaieners part 2&lt;/li&gt;&#xa;&lt;li class=&quot;li1&quot;&gt;IDE Features&lt;span class=&quot;Apple-converted-space&quot;&gt;&amp;nbsp;&lt;/span&gt;&lt;/li&gt;&#xa;&lt;li class=&quot;li1&quot;&gt;Ollama setup 1&lt;span class=&quot;Apple-converted-space&quot;&gt;&amp;nbsp;&lt;/span&gt;&lt;/li&gt;&#xa;&lt;li class=&quot;li1&quot;&gt;Ollama setup 2&lt;/li&gt;&#xa;&lt;li class=&quot;li1&quot;&gt;AI module Part 1 part a&lt;/li&gt;&#xa;&lt;li class=&quot;li1&quot;&gt;AI Moduler Part 1 part b&lt;/li&gt;&#xa;&lt;li class=&quot;li1&quot;&gt;AI Module Part 1 part c&lt;/li&gt;&#xa;&lt;li class=&quot;li1&quot;&gt;AI Module Part 2 part a&lt;/li&gt;&#xa;&lt;li class=&quot;li1&quot;&gt;AI Module Part 2 part b&lt;/li&gt;&#xa;&lt;li class=&quot;li1&quot;&gt;Assigment Discussion&lt;span class=&quot;Apple-converted-space&quot;&gt;&amp;nbsp;&lt;/span&gt;&lt;/li&gt;&#xa;&lt;/ul&gt;&#xa;&lt;/ul&gt;" link="Section 36 - Building&lt;span class=&quot;Apple-converted-space&quot;&gt;&amp;nbsp; &lt;/span&gt;a Vide&lt;span class=&quot;Apple-converted-space&quot;&gt;&amp;nbsp; &lt;/span&gt;code editor -NextJS + AI full stack project&#xa;&lt;p class=&quot;p2&quot;&gt;&lt;br&gt;&lt;/p&gt;&#xa;&lt;ul class=&quot;ul1&quot;&gt;&#xa;&lt;ul class=&quot;ul1&quot;&gt;&#xa;&lt;li class=&quot;li1&quot;&gt;Introduction to this Project and why it exists&lt;/li&gt;&#xa;&lt;li class=&quot;li1&quot;&gt;Next.js Setup made easy | Kickstart your Fullstack Journey&lt;/li&gt;&#xa;&lt;li class=&quot;li1&quot;&gt;Initialize Prisma and connect to MongoDB | Step by step guide&lt;/li&gt;&#xa;&lt;li class=&quot;li1&quot;&gt;Next.Js Authentication Setup | Google&lt;span class=&quot;Apple-converted-space&quot;&gt;&amp;nbsp; &lt;/span&gt;&amp;amp; Github OAuth Guide&lt;/li&gt;&#xa;&lt;li class=&quot;li1&quot;&gt;Building Authentication Logic with Prisma Schema&lt;/li&gt;&#xa;&lt;li class=&quot;li1&quot;&gt;Implementing Sigin in jwt sessions&lt;span class=&quot;Apple-converted-space&quot;&gt;&amp;nbsp;&lt;/span&gt;&lt;/li&gt;&#xa;&lt;li class=&quot;li1&quot;&gt;Implementing sigin in UI&lt;/li&gt;&#xa;&lt;li class=&quot;li1&quot;&gt;Implementing signing in UI part2&lt;/li&gt;&#xa;&lt;li class=&quot;li1&quot;&gt;Implenting sign in UI part2&lt;/li&gt;&#xa;&lt;li class=&quot;li1&quot;&gt;Implementing sign in UI part 3&lt;/li&gt;&#xa;&lt;li class=&quot;li1&quot;&gt;Landing page Design&lt;/li&gt;&#xa;&lt;li class=&quot;li1&quot;&gt;Building&lt;span class=&quot;Apple-converted-space&quot;&gt;&amp;nbsp; &lt;/span&gt;a dashboard UI&lt;/li&gt;&#xa;&lt;li class=&quot;li1&quot;&gt;Template selecting modal&lt;/li&gt;&#xa;&lt;li class=&quot;li1&quot;&gt;Playground&lt;span class=&quot;Apple-converted-space&quot;&gt;&amp;nbsp; &lt;/span&gt;functionality 1&lt;/li&gt;&#xa;&lt;li class=&quot;li1&quot;&gt;Playground functionality 2&lt;/li&gt;&#xa;&lt;li class=&quot;li1&quot;&gt;Playground Functionality 3&lt;/li&gt;&#xa;&lt;li class=&quot;li1&quot;&gt;File explorer part 1&lt;/li&gt;&#xa;&lt;li class=&quot;li1&quot;&gt;File explorer part 2&lt;/li&gt;&#xa;&lt;li class=&quot;li1&quot;&gt;Monaco editor part 1&lt;/li&gt;&#xa;&lt;li class=&quot;li1&quot;&gt;Monaco editor part 2&lt;/li&gt;&#xa;&lt;li class=&quot;li1&quot;&gt;Monaco editor part 3&lt;/li&gt;&#xa;&lt;li class=&quot;li1&quot;&gt;Webcontainers part 1&lt;/li&gt;&#xa;&lt;li class=&quot;li1&quot;&gt;Webcontaieners part 2&lt;/li&gt;&#xa;&lt;li class=&quot;li1&quot;&gt;IDE Features&lt;span class=&quot;Apple-converted-space&quot;&gt;&amp;nbsp;&lt;/span&gt;&lt;/li&gt;&#xa;&lt;li class=&quot;li1&quot;&gt;Ollama setup 1&lt;span class=&quot;Apple-converted-space&quot;&gt;&amp;nbsp;&lt;/span&gt;&lt;/li&gt;&#xa;&lt;li class=&quot;li1&quot;&gt;Ollama setup 2&lt;/li&gt;&#xa;&lt;li class=&quot;li1&quot;&gt;AI module Part 1 part a&lt;/li&gt;&#xa;&lt;li class=&quot;li1&quot;&gt;AI Moduler Part 1 part b&lt;/li&gt;&#xa;&lt;li class=&quot;li1&quot;&gt;AI Module Part 1 part c&lt;/li&gt;&#xa;&lt;li class=&quot;li1&quot;&gt;AI Module Part 2 part a&lt;/li&gt;&#xa;&lt;li class=&quot;li1&quot;&gt;AI Module Part 2 part b&lt;/li&gt;&#xa;&lt;li class=&quot;li1&quot;&gt;Assigment Discussion&lt;span class=&quot;Apple-converted-space&quot;&gt;&amp;nbsp;&lt;/span&gt;&lt;/li&gt;&#xa;&lt;/ul&gt;&#xa;&lt;/ul&gt;" id="81">
                    <mxCell style="text;whiteSpace=wrap;html=1;fillColor=#dae8fc;strokeColor=#6c8ebf;" vertex="1" parent="1">
                        <mxGeometry x="-720" y="17359" width="440" height="1270" as="geometry"/>
                    </mxCell>
                </UserObject>
+                 <mxCell id="93" value="&lt;h1 style=&quot;margin-top: 0px;&quot;&gt;Tools required&lt;/h1&gt;&lt;p&gt;google chrome&lt;/p&gt;&lt;p&gt;vs code&amp;nbsp;&lt;/p&gt;" style="text;html=1;whiteSpace=wrap;overflow=hidden;rounded=0;strokeColor=default;shadow=1;" vertex="1" parent="1">
+                     <mxGeometry x="-292" y="-634.5" width="180" height="120" as="geometry"/>
+                 </mxCell>
            </root>
        </mxGraphModel>
    </diagram>
</mxfile>